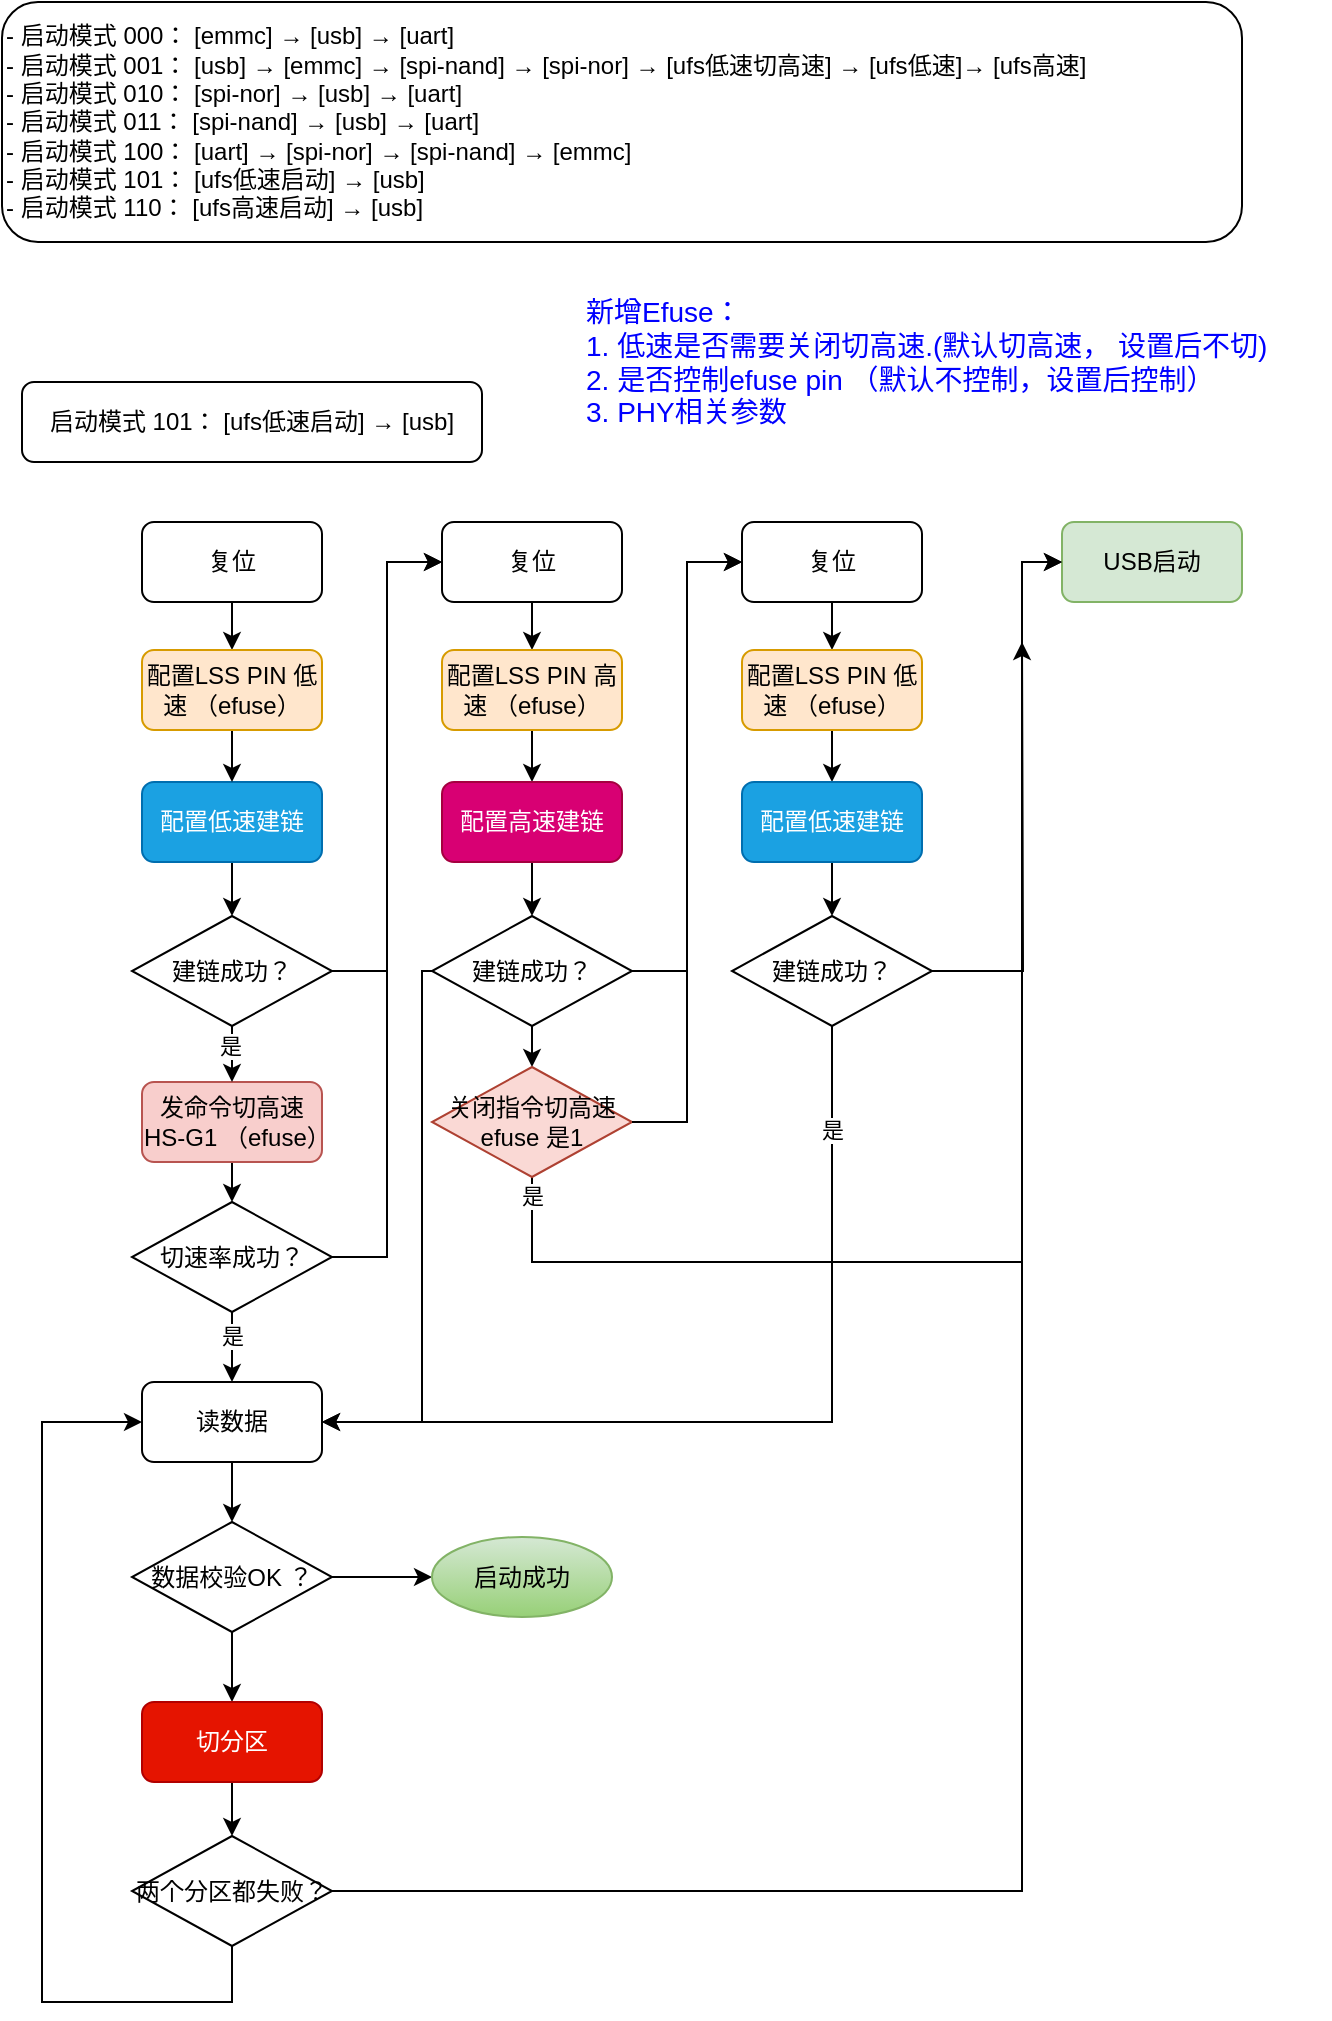
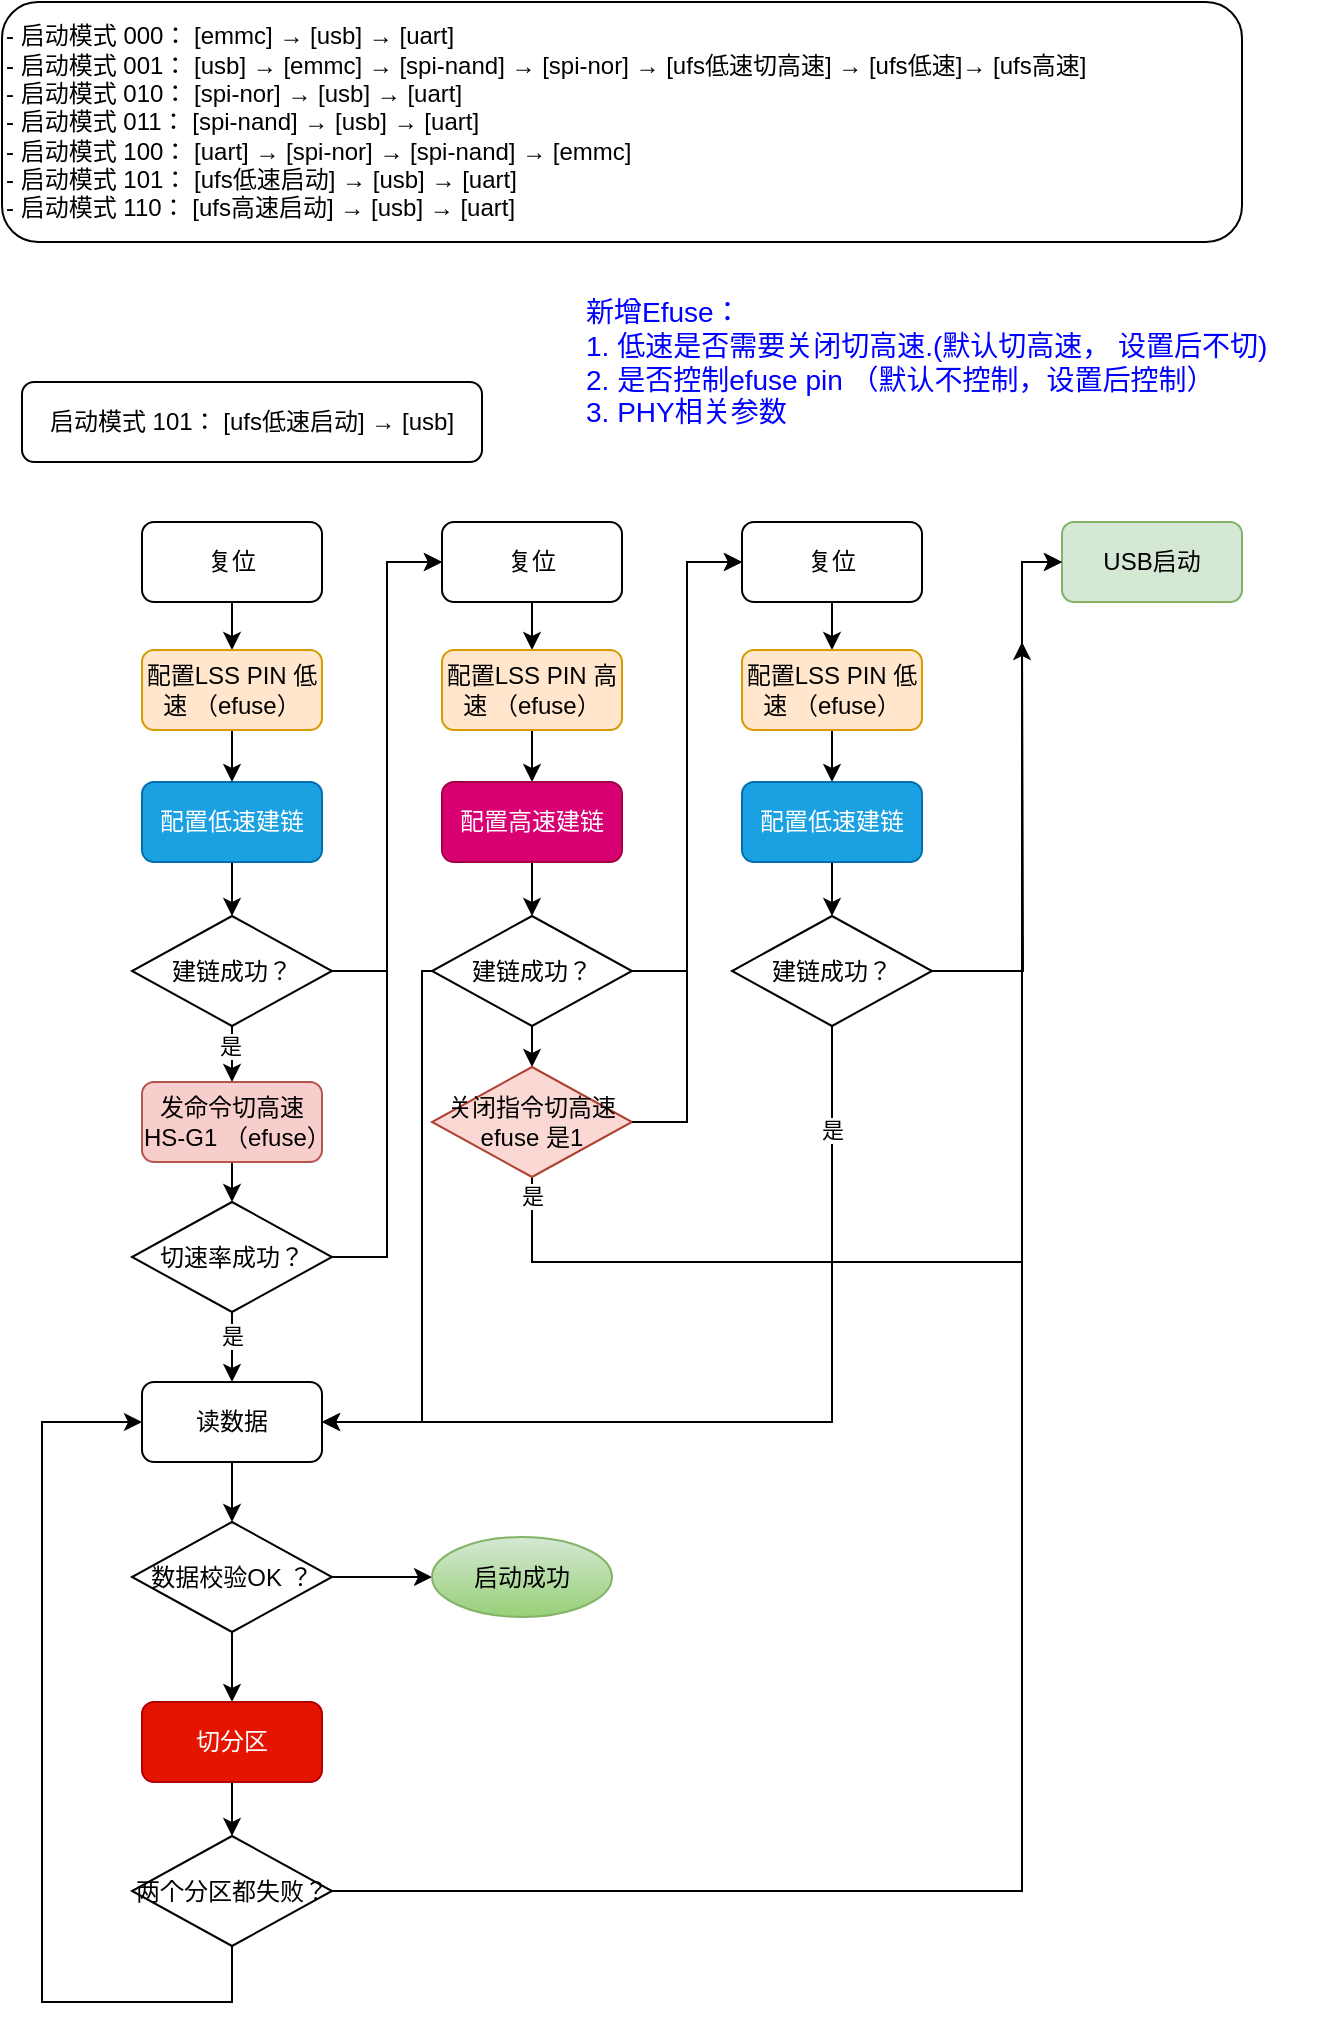
<mxfile host="app.diagrams.net" pages="3">
  <diagram name="第 1 页" id="G7MmgVwn_JN6exUAJ0xq">
    <mxGraphModel dx="1306" dy="677" grid="1" gridSize="10" guides="1" tooltips="1" connect="1" arrows="1" fold="1" page="1" pageScale="1" pageWidth="827" pageHeight="1169" math="0" shadow="0">
      <root>
        <mxCell id="0" />
        <mxCell id="1" parent="0" />
-         <mxCell id="rA-qTAb89klGYPX6EJBB-1" parent="1" style="rounded=1;whiteSpace=wrap;html=1;align=left;" value="&lt;div&gt;-&amp;nbsp;&lt;span style=&quot;background-color: transparent; color: light-dark(rgb(0, 0, 0), rgb(255, 255, 255));&quot;&gt;启动模式&amp;nbsp;&lt;/span&gt;&lt;span style=&quot;background-color: transparent; color: light-dark(rgb(0, 0, 0), rgb(255, 255, 255));&quot;&gt;000： [emmc] → [usb] → [uart]&lt;/span&gt;&lt;/div&gt;&lt;div&gt;- 启动模式 001： [usb] → [emmc] → [spi-nand] → [spi-nor]&amp;nbsp;&lt;span style=&quot;background-color: transparent; color: light-dark(rgb(0, 0, 0), rgb(255, 255, 255));&quot;&gt;→ [ufs低速切高速]&amp;nbsp;&lt;/span&gt;&lt;span style=&quot;background-color: transparent; color: light-dark(rgb(0, 0, 0), rgb(255, 255, 255));&quot;&gt;→ [ufs&lt;/span&gt;低&lt;span style=&quot;background-color: transparent; color: light-dark(rgb(0, 0, 0), rgb(255, 255, 255));&quot;&gt;速]&lt;/span&gt;&lt;span style=&quot;background-color: transparent; color: light-dark(rgb(0, 0, 0), rgb(255, 255, 255));&quot;&gt;→ [ufs高速]&lt;/span&gt;&lt;span style=&quot;background-color: transparent; color: light-dark(rgb(0, 0, 0), rgb(255, 255, 255));&quot;&gt;&amp;nbsp;&lt;/span&gt;&lt;/div&gt;&lt;div&gt;- 启动模式 010： [spi-nor] → [usb] → [uart]&lt;/div&gt;&lt;div&gt;- 启动模式 011： [spi-nand] → [usb] → [uart]&lt;/div&gt;&lt;div&gt;- 启动模式 100： [uart] → [spi-nor] → [spi-nand] → [emmc]&lt;/div&gt;&lt;div&gt;- 启动模式 101： [ufs低速启动] &lt;span style=&quot;background-color: transparent; color: light-dark(rgb(0, 0, 0), rgb(255, 255, 255));&quot;&gt;→&amp;nbsp;&lt;/span&gt;&lt;span style=&quot;background-color: transparent; color: light-dark(rgb(0, 0, 0), rgb(255, 255, 255));&quot;&gt;[usb]&lt;/span&gt;&lt;/div&gt;&lt;div&gt;- 启动模式 110：&amp;nbsp;&lt;span style=&quot;background-color: transparent; color: light-dark(rgb(0, 0, 0), rgb(255, 255, 255));&quot;&gt;[ufs高速启动]&lt;/span&gt;&lt;span style=&quot;background-color: transparent; color: light-dark(rgb(0, 0, 0), rgb(255, 255, 255));&quot;&gt; &lt;/span&gt;&lt;span style=&quot;background-color: transparent; color: light-dark(rgb(0, 0, 0), rgb(255, 255, 255));&quot;&gt;→ &lt;/span&gt;&lt;span style=&quot;background-color: transparent; color: light-dark(rgb(0, 0, 0), rgb(255, 255, 255));&quot;&gt;[usb]&lt;/span&gt;&lt;/div&gt;" vertex="1">
+         <mxCell id="rA-qTAb89klGYPX6EJBB-1" parent="1" style="rounded=1;whiteSpace=wrap;html=1;align=left;" value="&lt;div&gt;-&amp;nbsp;&lt;span style=&quot;background-color: transparent; color: light-dark(rgb(0, 0, 0), rgb(255, 255, 255));&quot;&gt;启动模式&amp;nbsp;&lt;/span&gt;&lt;span style=&quot;background-color: transparent; color: light-dark(rgb(0, 0, 0), rgb(255, 255, 255));&quot;&gt;000： [emmc] → [usb] → [uart]&lt;/span&gt;&lt;/div&gt;&lt;div&gt;- 启动模式 001： [usb] → [emmc] → [spi-nand] → [spi-nor]&amp;nbsp;&lt;span style=&quot;background-color: transparent; color: light-dark(rgb(0, 0, 0), rgb(255, 255, 255));&quot;&gt;→ [ufs低速切高速]&amp;nbsp;&lt;/span&gt;&lt;span style=&quot;background-color: transparent; color: light-dark(rgb(0, 0, 0), rgb(255, 255, 255));&quot;&gt;→ [ufs&lt;/span&gt;低&lt;span style=&quot;background-color: transparent; color: light-dark(rgb(0, 0, 0), rgb(255, 255, 255));&quot;&gt;速]&lt;/span&gt;&lt;span style=&quot;background-color: transparent; color: light-dark(rgb(0, 0, 0), rgb(255, 255, 255));&quot;&gt;→ [ufs高速]&lt;/span&gt;&lt;span style=&quot;background-color: transparent; color: light-dark(rgb(0, 0, 0), rgb(255, 255, 255));&quot;&gt;&amp;nbsp;&lt;/span&gt;&lt;/div&gt;&lt;div&gt;- 启动模式 010： [spi-nor] → [usb] → [uart]&lt;/div&gt;&lt;div&gt;- 启动模式 011： [spi-nand] → [usb] → [uart]&lt;/div&gt;&lt;div&gt;- 启动模式 100： [uart] → [spi-nor] → [spi-nand] → [emmc]&lt;/div&gt;&lt;div&gt;- 启动模式 101： [ufs低速启动] &lt;span style=&quot;background-color: transparent; color: light-dark(rgb(0, 0, 0), rgb(255, 255, 255));&quot;&gt;→&amp;nbsp;&lt;/span&gt;&lt;span style=&quot;background-color: transparent; color: light-dark(rgb(0, 0, 0), rgb(255, 255, 255));&quot;&gt;[usb]&lt;/span&gt;&lt;span style=&quot;background-color: transparent; color: light-dark(rgb(0, 0, 0), rgb(255, 255, 255));&quot;&gt; &lt;/span&gt;&lt;span style=&quot;background-color: transparent; color: light-dark(rgb(0, 0, 0), rgb(255, 255, 255));&quot;&gt;→ [uart]&lt;/span&gt;&lt;/div&gt;&lt;div&gt;- 启动模式 110：&amp;nbsp;&lt;span style=&quot;background-color: transparent; color: light-dark(rgb(0, 0, 0), rgb(255, 255, 255));&quot;&gt;[ufs高速启动]&lt;/span&gt;&lt;span style=&quot;background-color: transparent; color: light-dark(rgb(0, 0, 0), rgb(255, 255, 255));&quot;&gt; &lt;/span&gt;&lt;span style=&quot;background-color: transparent; color: light-dark(rgb(0, 0, 0), rgb(255, 255, 255));&quot;&gt;→ &lt;/span&gt;&lt;span style=&quot;background-color: transparent; color: light-dark(rgb(0, 0, 0), rgb(255, 255, 255));&quot;&gt;[usb]&lt;/span&gt;&lt;span style=&quot;background-color: transparent; color: light-dark(rgb(0, 0, 0), rgb(255, 255, 255));&quot;&gt; &lt;/span&gt;&lt;span style=&quot;background-color: transparent; color: light-dark(rgb(0, 0, 0), rgb(255, 255, 255));&quot;&gt;→ [uart]&lt;/span&gt;&lt;/div&gt;" vertex="1">
          <mxGeometry height="120" width="620" x="90" y="60" as="geometry" />
        </mxCell>
        <mxCell id="NB0EyB8uGB_RDp4CUSld-2" parent="1" style="text;html=1;whiteSpace=wrap;strokeColor=none;fillColor=none;align=left;verticalAlign=middle;rounded=0;fontColor=#0000FF;fontSize=14;" value="新增Efuse：&lt;div&gt;1. 低速是否需要关闭切高速.(默认切高速， 设置后不切)&lt;/div&gt;&lt;div&gt;2. 是否控制efuse pin （默认不控制，设置后控制）&lt;/div&gt;&lt;div&gt;3. PHY相关参数&lt;/div&gt;" vertex="1">
          <mxGeometry height="80" width="374" x="380" y="200" as="geometry" />
        </mxCell>
        <mxCell id="NB0EyB8uGB_RDp4CUSld-23" edge="1" parent="1" source="NB0EyB8uGB_RDp4CUSld-5" style="edgeStyle=orthogonalEdgeStyle;rounded=0;orthogonalLoop=1;jettySize=auto;html=1;exitX=0.5;exitY=1;exitDx=0;exitDy=0;entryX=0.5;entryY=0;entryDx=0;entryDy=0;" target="NB0EyB8uGB_RDp4CUSld-7">
          <mxGeometry relative="1" as="geometry" />
        </mxCell>
        <mxCell id="NB0EyB8uGB_RDp4CUSld-5" parent="1" style="rounded=1;whiteSpace=wrap;html=1;" value="复位" vertex="1">
          <mxGeometry height="40" width="90" x="160" y="320" as="geometry" />
        </mxCell>
        <mxCell id="NB0EyB8uGB_RDp4CUSld-25" edge="1" parent="1" source="NB0EyB8uGB_RDp4CUSld-6" style="edgeStyle=orthogonalEdgeStyle;rounded=0;orthogonalLoop=1;jettySize=auto;html=1;exitX=0.5;exitY=1;exitDx=0;exitDy=0;entryX=0.5;entryY=0;entryDx=0;entryDy=0;" target="NB0EyB8uGB_RDp4CUSld-9">
          <mxGeometry relative="1" as="geometry" />
        </mxCell>
        <mxCell id="NB0EyB8uGB_RDp4CUSld-6" parent="1" style="rounded=1;whiteSpace=wrap;html=1;fillColor=#1ba1e2;fontColor=#ffffff;strokeColor=#006EAF;" value="配置低速建链" vertex="1">
          <mxGeometry height="40" width="90" x="160" y="450" as="geometry" />
        </mxCell>
        <mxCell id="NB0EyB8uGB_RDp4CUSld-24" edge="1" parent="1" source="NB0EyB8uGB_RDp4CUSld-7" style="edgeStyle=orthogonalEdgeStyle;rounded=0;orthogonalLoop=1;jettySize=auto;html=1;exitX=0.5;exitY=1;exitDx=0;exitDy=0;entryX=0.5;entryY=0;entryDx=0;entryDy=0;" target="NB0EyB8uGB_RDp4CUSld-6">
          <mxGeometry relative="1" as="geometry">
            <mxPoint x="205" y="444" as="targetPoint" />
          </mxGeometry>
        </mxCell>
        <mxCell id="NB0EyB8uGB_RDp4CUSld-7" parent="1" style="rounded=1;whiteSpace=wrap;html=1;fillColor=#ffe6cc;strokeColor=#d79b00;" value="配置LSS PIN 低速 （efuse）" vertex="1">
          <mxGeometry height="40" width="90" x="160" y="384" as="geometry" />
        </mxCell>
        <mxCell id="NB0EyB8uGB_RDp4CUSld-27" edge="1" parent="1" source="NB0EyB8uGB_RDp4CUSld-8" style="edgeStyle=orthogonalEdgeStyle;rounded=0;orthogonalLoop=1;jettySize=auto;html=1;exitX=0.5;exitY=1;exitDx=0;exitDy=0;entryX=0.5;entryY=0;entryDx=0;entryDy=0;" target="NB0EyB8uGB_RDp4CUSld-17">
          <mxGeometry relative="1" as="geometry" />
        </mxCell>
        <mxCell id="NB0EyB8uGB_RDp4CUSld-8" parent="1" style="rounded=1;whiteSpace=wrap;html=1;fillColor=#f8cecc;strokeColor=#b85450;" value="发命令切高速 HS-G1 （efuse）" vertex="1">
          <mxGeometry height="40" width="90" x="160" y="600" as="geometry" />
        </mxCell>
        <mxCell id="NB0EyB8uGB_RDp4CUSld-26" edge="1" parent="1" source="NB0EyB8uGB_RDp4CUSld-9" style="edgeStyle=orthogonalEdgeStyle;rounded=0;orthogonalLoop=1;jettySize=auto;html=1;exitX=0.5;exitY=1;exitDx=0;exitDy=0;" target="NB0EyB8uGB_RDp4CUSld-8">
          <mxGeometry relative="1" as="geometry" />
        </mxCell>
        <mxCell id="KlgkcFlpm4Ags5-VuJH5-14" connectable="0" parent="NB0EyB8uGB_RDp4CUSld-26" style="edgeLabel;html=1;align=center;verticalAlign=middle;resizable=0;points=[];" value="是" vertex="1">
          <mxGeometry relative="1" x="0.2946" y="-1" as="geometry">
            <mxPoint as="offset" />
          </mxGeometry>
        </mxCell>
        <mxCell id="KlgkcFlpm4Ags5-VuJH5-1" edge="1" parent="1" source="NB0EyB8uGB_RDp4CUSld-9" style="edgeStyle=orthogonalEdgeStyle;rounded=0;orthogonalLoop=1;jettySize=auto;html=1;exitX=1;exitY=0.5;exitDx=0;exitDy=0;entryX=0;entryY=0.5;entryDx=0;entryDy=0;" target="NB0EyB8uGB_RDp4CUSld-11">
          <mxGeometry relative="1" as="geometry" />
        </mxCell>
        <mxCell id="NB0EyB8uGB_RDp4CUSld-9" parent="1" style="rhombus;whiteSpace=wrap;html=1;" value="建链成功？" vertex="1">
          <mxGeometry height="55" width="100" x="155" y="517" as="geometry" />
        </mxCell>
        <mxCell id="NB0EyB8uGB_RDp4CUSld-10" parent="1" style="rounded=1;whiteSpace=wrap;html=1;" value="&lt;span style=&quot;text-align: left;&quot;&gt;启动模式 101： [ufs低速启动] &lt;/span&gt;&lt;span style=&quot;color: light-dark(rgb(0, 0, 0), rgb(255, 255, 255)); text-align: left; background-color: transparent;&quot;&gt;→ &lt;/span&gt;&lt;span style=&quot;color: light-dark(rgb(0, 0, 0), rgb(255, 255, 255)); text-align: left; background-color: transparent;&quot;&gt;[usb]&lt;/span&gt;" vertex="1">
          <mxGeometry height="40" width="230" x="100" y="250" as="geometry" />
        </mxCell>
        <mxCell id="NB0EyB8uGB_RDp4CUSld-36" edge="1" parent="1" source="NB0EyB8uGB_RDp4CUSld-11" style="edgeStyle=orthogonalEdgeStyle;rounded=0;orthogonalLoop=1;jettySize=auto;html=1;exitX=0.5;exitY=1;exitDx=0;exitDy=0;entryX=0.5;entryY=0;entryDx=0;entryDy=0;" target="NB0EyB8uGB_RDp4CUSld-12">
          <mxGeometry relative="1" as="geometry" />
        </mxCell>
        <mxCell id="NB0EyB8uGB_RDp4CUSld-11" parent="1" style="rounded=1;whiteSpace=wrap;html=1;" value="复位" vertex="1">
          <mxGeometry height="40" width="90" x="310" y="320" as="geometry" />
        </mxCell>
        <mxCell id="NB0EyB8uGB_RDp4CUSld-37" edge="1" parent="1" source="NB0EyB8uGB_RDp4CUSld-12" style="edgeStyle=orthogonalEdgeStyle;rounded=0;orthogonalLoop=1;jettySize=auto;html=1;exitX=0.5;exitY=1;exitDx=0;exitDy=0;entryX=0.5;entryY=0;entryDx=0;entryDy=0;" target="NB0EyB8uGB_RDp4CUSld-13">
          <mxGeometry relative="1" as="geometry" />
        </mxCell>
        <mxCell id="NB0EyB8uGB_RDp4CUSld-12" parent="1" style="rounded=1;whiteSpace=wrap;html=1;fillColor=#ffe6cc;strokeColor=#d79b00;" value="配置LSS PIN 高速 （efuse）" vertex="1">
          <mxGeometry height="40" width="90" x="310" y="384" as="geometry" />
        </mxCell>
        <mxCell id="NB0EyB8uGB_RDp4CUSld-38" edge="1" parent="1" source="NB0EyB8uGB_RDp4CUSld-13" style="edgeStyle=orthogonalEdgeStyle;rounded=0;orthogonalLoop=1;jettySize=auto;html=1;exitX=0.5;exitY=1;exitDx=0;exitDy=0;entryX=0.5;entryY=0;entryDx=0;entryDy=0;" target="NB0EyB8uGB_RDp4CUSld-31">
          <mxGeometry relative="1" as="geometry" />
        </mxCell>
        <mxCell id="NB0EyB8uGB_RDp4CUSld-13" parent="1" style="rounded=1;whiteSpace=wrap;html=1;fillColor=#d80073;fontColor=#ffffff;strokeColor=#A50040;" value="配置高速建链" vertex="1">
          <mxGeometry height="40" width="90" x="310" y="450" as="geometry" />
        </mxCell>
        <mxCell id="NB0EyB8uGB_RDp4CUSld-28" edge="1" parent="1" source="NB0EyB8uGB_RDp4CUSld-17" style="edgeStyle=orthogonalEdgeStyle;rounded=0;orthogonalLoop=1;jettySize=auto;html=1;exitX=0.5;exitY=1;exitDx=0;exitDy=0;entryX=0.5;entryY=0;entryDx=0;entryDy=0;" target="NB0EyB8uGB_RDp4CUSld-18">
          <mxGeometry relative="1" as="geometry" />
        </mxCell>
        <mxCell id="KlgkcFlpm4Ags5-VuJH5-16" connectable="0" parent="NB0EyB8uGB_RDp4CUSld-28" style="edgeLabel;html=1;align=center;verticalAlign=middle;resizable=0;points=[];" value="是" vertex="1">
          <mxGeometry relative="1" x="-0.3338" as="geometry">
            <mxPoint as="offset" />
          </mxGeometry>
        </mxCell>
        <mxCell id="KlgkcFlpm4Ags5-VuJH5-2" edge="1" parent="1" source="NB0EyB8uGB_RDp4CUSld-17" style="edgeStyle=orthogonalEdgeStyle;rounded=0;orthogonalLoop=1;jettySize=auto;html=1;exitX=1;exitY=0.5;exitDx=0;exitDy=0;entryX=0;entryY=0.5;entryDx=0;entryDy=0;" target="NB0EyB8uGB_RDp4CUSld-11">
          <mxGeometry relative="1" as="geometry" />
        </mxCell>
        <mxCell id="NB0EyB8uGB_RDp4CUSld-17" parent="1" style="rhombus;whiteSpace=wrap;html=1;" value="切速率成功？" vertex="1">
          <mxGeometry height="55" width="100" x="155" y="660" as="geometry" />
        </mxCell>
        <mxCell id="NB0EyB8uGB_RDp4CUSld-29" edge="1" parent="1" source="NB0EyB8uGB_RDp4CUSld-18" style="edgeStyle=orthogonalEdgeStyle;rounded=0;orthogonalLoop=1;jettySize=auto;html=1;exitX=0.5;exitY=1;exitDx=0;exitDy=0;entryX=0.5;entryY=0;entryDx=0;entryDy=0;" target="NB0EyB8uGB_RDp4CUSld-20">
          <mxGeometry relative="1" as="geometry" />
        </mxCell>
        <mxCell id="NB0EyB8uGB_RDp4CUSld-18" parent="1" style="rounded=1;whiteSpace=wrap;html=1;" value="读数据" vertex="1">
          <mxGeometry height="40" width="90" x="160" y="750" as="geometry" />
        </mxCell>
        <mxCell id="NB0EyB8uGB_RDp4CUSld-30" edge="1" parent="1" source="NB0EyB8uGB_RDp4CUSld-20" style="edgeStyle=orthogonalEdgeStyle;rounded=0;orthogonalLoop=1;jettySize=auto;html=1;exitX=0.5;exitY=1;exitDx=0;exitDy=0;entryX=0.5;entryY=0;entryDx=0;entryDy=0;" target="NB0EyB8uGB_RDp4CUSld-21">
          <mxGeometry relative="1" as="geometry" />
        </mxCell>
        <mxCell id="Vg5q-0XLda4XJRTYY7xd-2" edge="1" parent="1" source="NB0EyB8uGB_RDp4CUSld-20" style="edgeStyle=orthogonalEdgeStyle;rounded=0;orthogonalLoop=1;jettySize=auto;html=1;exitX=1;exitY=0.5;exitDx=0;exitDy=0;entryX=0;entryY=0.5;entryDx=0;entryDy=0;" target="Vg5q-0XLda4XJRTYY7xd-1">
          <mxGeometry relative="1" as="geometry" />
        </mxCell>
        <mxCell id="NB0EyB8uGB_RDp4CUSld-20" parent="1" style="rhombus;whiteSpace=wrap;html=1;" value="数据校验OK ？" vertex="1">
          <mxGeometry height="55" width="100" x="155" y="820" as="geometry" />
        </mxCell>
        <mxCell id="NB0EyB8uGB_RDp4CUSld-22" edge="1" parent="1" source="KlgkcFlpm4Ags5-VuJH5-11" style="edgeStyle=orthogonalEdgeStyle;rounded=0;orthogonalLoop=1;jettySize=auto;html=1;exitX=0.5;exitY=1;exitDx=0;exitDy=0;entryX=0;entryY=0.5;entryDx=0;entryDy=0;" target="NB0EyB8uGB_RDp4CUSld-18">
          <mxGeometry relative="1" as="geometry">
            <Array as="points">
              <mxPoint x="205" y="1060" />
              <mxPoint x="110" y="1060" />
              <mxPoint x="110" y="770" />
            </Array>
          </mxGeometry>
        </mxCell>
        <mxCell id="KlgkcFlpm4Ags5-VuJH5-12" edge="1" parent="1" source="NB0EyB8uGB_RDp4CUSld-21" style="edgeStyle=orthogonalEdgeStyle;rounded=0;orthogonalLoop=1;jettySize=auto;html=1;exitX=0.5;exitY=1;exitDx=0;exitDy=0;entryX=0.5;entryY=0;entryDx=0;entryDy=0;" target="KlgkcFlpm4Ags5-VuJH5-11">
          <mxGeometry relative="1" as="geometry" />
        </mxCell>
        <mxCell id="NB0EyB8uGB_RDp4CUSld-21" parent="1" style="rounded=1;whiteSpace=wrap;html=1;fillColor=#e51400;fontColor=#ffffff;strokeColor=#B20000;" value="切分区" vertex="1">
          <mxGeometry height="40" width="90" x="160" y="910" as="geometry" />
        </mxCell>
        <mxCell id="KlgkcFlpm4Ags5-VuJH5-8" edge="1" parent="1" source="NB0EyB8uGB_RDp4CUSld-31" style="edgeStyle=orthogonalEdgeStyle;rounded=0;orthogonalLoop=1;jettySize=auto;html=1;exitX=1;exitY=0.5;exitDx=0;exitDy=0;entryX=0;entryY=0.5;entryDx=0;entryDy=0;" target="NB0EyB8uGB_RDp4CUSld-42">
          <mxGeometry relative="1" as="geometry" />
        </mxCell>
        <mxCell id="Vg5q-0XLda4XJRTYY7xd-7" edge="1" parent="1" source="NB0EyB8uGB_RDp4CUSld-31" style="edgeStyle=orthogonalEdgeStyle;rounded=0;orthogonalLoop=1;jettySize=auto;html=1;exitX=0;exitY=0.5;exitDx=0;exitDy=0;">
          <mxGeometry relative="1" as="geometry">
            <Array as="points">
              <mxPoint x="300" y="544" />
              <mxPoint x="300" y="770" />
            </Array>
            <mxPoint x="250" y="770" as="targetPoint" />
          </mxGeometry>
        </mxCell>
        <mxCell id="Vg5q-0XLda4XJRTYY7xd-8" edge="1" parent="1" source="NB0EyB8uGB_RDp4CUSld-31" style="edgeStyle=orthogonalEdgeStyle;rounded=0;orthogonalLoop=1;jettySize=auto;html=1;exitX=0.5;exitY=1;exitDx=0;exitDy=0;entryX=0.5;entryY=0;entryDx=0;entryDy=0;" target="Vg5q-0XLda4XJRTYY7xd-3">
          <mxGeometry relative="1" as="geometry" />
        </mxCell>
        <mxCell id="NB0EyB8uGB_RDp4CUSld-31" parent="1" style="rhombus;whiteSpace=wrap;html=1;" value="建链成功？" vertex="1">
          <mxGeometry height="55" width="100" x="305" y="517" as="geometry" />
        </mxCell>
        <mxCell id="KlgkcFlpm4Ags5-VuJH5-5" edge="1" parent="1" source="NB0EyB8uGB_RDp4CUSld-42" style="edgeStyle=orthogonalEdgeStyle;rounded=0;orthogonalLoop=1;jettySize=auto;html=1;exitX=0.5;exitY=1;exitDx=0;exitDy=0;entryX=0.5;entryY=0;entryDx=0;entryDy=0;" target="NB0EyB8uGB_RDp4CUSld-43">
          <mxGeometry relative="1" as="geometry" />
        </mxCell>
        <mxCell id="NB0EyB8uGB_RDp4CUSld-42" parent="1" style="rounded=1;whiteSpace=wrap;html=1;" value="复位" vertex="1">
          <mxGeometry height="40" width="90" x="460" y="320" as="geometry" />
        </mxCell>
        <mxCell id="KlgkcFlpm4Ags5-VuJH5-6" edge="1" parent="1" source="NB0EyB8uGB_RDp4CUSld-43" style="edgeStyle=orthogonalEdgeStyle;rounded=0;orthogonalLoop=1;jettySize=auto;html=1;exitX=0.5;exitY=1;exitDx=0;exitDy=0;entryX=0.5;entryY=0;entryDx=0;entryDy=0;" target="NB0EyB8uGB_RDp4CUSld-44">
          <mxGeometry relative="1" as="geometry" />
        </mxCell>
        <mxCell id="NB0EyB8uGB_RDp4CUSld-43" parent="1" style="rounded=1;whiteSpace=wrap;html=1;fillColor=#ffe6cc;strokeColor=#d79b00;" value="配置LSS PIN 低速 （efuse）" vertex="1">
          <mxGeometry height="40" width="90" x="460" y="384" as="geometry" />
        </mxCell>
        <mxCell id="KlgkcFlpm4Ags5-VuJH5-7" edge="1" parent="1" source="NB0EyB8uGB_RDp4CUSld-44" style="edgeStyle=orthogonalEdgeStyle;rounded=0;orthogonalLoop=1;jettySize=auto;html=1;exitX=0.5;exitY=1;exitDx=0;exitDy=0;entryX=0.5;entryY=0;entryDx=0;entryDy=0;" target="NB0EyB8uGB_RDp4CUSld-45">
          <mxGeometry relative="1" as="geometry" />
        </mxCell>
        <mxCell id="NB0EyB8uGB_RDp4CUSld-44" parent="1" style="rounded=1;whiteSpace=wrap;html=1;fillColor=#1ba1e2;fontColor=#ffffff;strokeColor=#006EAF;" value="配置低速建链" vertex="1">
          <mxGeometry height="40" width="90" x="460" y="450" as="geometry" />
        </mxCell>
        <mxCell id="KlgkcFlpm4Ags5-VuJH5-4" edge="1" parent="1" source="NB0EyB8uGB_RDp4CUSld-45" style="edgeStyle=orthogonalEdgeStyle;rounded=0;orthogonalLoop=1;jettySize=auto;html=1;exitX=0.5;exitY=1;exitDx=0;exitDy=0;">
          <mxGeometry relative="1" as="geometry">
            <Array as="points">
              <mxPoint x="505" y="770" />
              <mxPoint x="250" y="770" />
            </Array>
            <mxPoint x="250" y="770" as="targetPoint" />
          </mxGeometry>
        </mxCell>
        <mxCell id="KlgkcFlpm4Ags5-VuJH5-18" connectable="0" parent="KlgkcFlpm4Ags5-VuJH5-4" style="edgeLabel;html=1;align=center;verticalAlign=middle;resizable=0;points=[];" value="是" vertex="1">
          <mxGeometry relative="1" x="-0.7697" as="geometry">
            <mxPoint as="offset" />
          </mxGeometry>
        </mxCell>
        <mxCell id="KlgkcFlpm4Ags5-VuJH5-19" edge="1" parent="1" source="NB0EyB8uGB_RDp4CUSld-45" style="edgeStyle=orthogonalEdgeStyle;rounded=0;orthogonalLoop=1;jettySize=auto;html=1;exitX=1;exitY=0.5;exitDx=0;exitDy=0;">
          <mxGeometry relative="1" as="geometry">
            <mxPoint x="600" y="380" as="targetPoint" />
          </mxGeometry>
        </mxCell>
        <mxCell id="NB0EyB8uGB_RDp4CUSld-45" parent="1" style="rhombus;whiteSpace=wrap;html=1;" value="建链成功？" vertex="1">
          <mxGeometry height="55" width="100" x="455" y="517" as="geometry" />
        </mxCell>
        <mxCell id="KlgkcFlpm4Ags5-VuJH5-9" parent="1" style="rounded=1;whiteSpace=wrap;html=1;fillColor=#d5e8d4;strokeColor=#82b366;" value="USB启动" vertex="1">
          <mxGeometry height="40" width="90" x="620" y="320" as="geometry" />
        </mxCell>
        <mxCell id="KlgkcFlpm4Ags5-VuJH5-13" edge="1" parent="1" source="KlgkcFlpm4Ags5-VuJH5-11" style="edgeStyle=orthogonalEdgeStyle;rounded=0;orthogonalLoop=1;jettySize=auto;html=1;exitX=1;exitY=0.5;exitDx=0;exitDy=0;entryX=0;entryY=0.5;entryDx=0;entryDy=0;" target="KlgkcFlpm4Ags5-VuJH5-9">
          <mxGeometry relative="1" as="geometry">
            <Array as="points">
              <mxPoint x="600" y="1005" />
              <mxPoint x="600" y="340" />
            </Array>
          </mxGeometry>
        </mxCell>
        <mxCell id="KlgkcFlpm4Ags5-VuJH5-11" parent="1" style="rhombus;whiteSpace=wrap;html=1;" value="两个分区都失败？" vertex="1">
          <mxGeometry height="55" width="100" x="155" y="977" as="geometry" />
        </mxCell>
        <mxCell id="Vg5q-0XLda4XJRTYY7xd-1" parent="1" style="ellipse;whiteSpace=wrap;html=1;fillColor=#d5e8d4;gradientColor=#97d077;strokeColor=#82b366;" value="启动成功" vertex="1">
          <mxGeometry height="40" width="90" x="305" y="827.5" as="geometry" />
        </mxCell>
        <mxCell id="Vg5q-0XLda4XJRTYY7xd-10" edge="1" parent="1" source="Vg5q-0XLda4XJRTYY7xd-3" style="edgeStyle=orthogonalEdgeStyle;rounded=0;orthogonalLoop=1;jettySize=auto;html=1;exitX=0.5;exitY=1;exitDx=0;exitDy=0;entryX=0;entryY=0.5;entryDx=0;entryDy=0;" target="KlgkcFlpm4Ags5-VuJH5-9">
          <mxGeometry relative="1" as="geometry">
            <Array as="points">
              <mxPoint x="355" y="690" />
              <mxPoint x="600" y="690" />
              <mxPoint x="600" y="340" />
            </Array>
          </mxGeometry>
        </mxCell>
        <mxCell id="Vg5q-0XLda4XJRTYY7xd-11" connectable="0" parent="Vg5q-0XLda4XJRTYY7xd-10" style="edgeLabel;html=1;align=center;verticalAlign=middle;resizable=0;points=[];" value="是" vertex="1">
          <mxGeometry relative="1" x="-0.9713" as="geometry">
            <mxPoint as="offset" />
          </mxGeometry>
        </mxCell>
        <mxCell id="Vg5q-0XLda4XJRTYY7xd-3" parent="1" style="rhombus;whiteSpace=wrap;html=1;fillColor=#fad9d5;strokeColor=#ae4132;" value="关闭指令切高速&lt;div&gt;efuse 是1&lt;/div&gt;" vertex="1">
          <mxGeometry height="55" width="100" x="305" y="592.5" as="geometry" />
        </mxCell>
        <mxCell id="Vg5q-0XLda4XJRTYY7xd-9" edge="1" parent="1" source="Vg5q-0XLda4XJRTYY7xd-3" style="edgeStyle=orthogonalEdgeStyle;rounded=0;orthogonalLoop=1;jettySize=auto;html=1;exitX=1;exitY=0.5;exitDx=0;exitDy=0;entryX=0;entryY=0.5;entryDx=0;entryDy=0;" target="NB0EyB8uGB_RDp4CUSld-42">
          <mxGeometry relative="1" as="geometry" />
        </mxCell>
      </root>
    </mxGraphModel>
  </diagram>
  <diagram id="ql6nhWf0VNW54Wtxsakh" name="第 3 页">
    <mxGraphModel dx="902" dy="467" grid="1" gridSize="10" guides="1" tooltips="1" connect="1" arrows="1" fold="1" page="1" pageScale="1" pageWidth="827" pageHeight="1169" math="0" shadow="0">
      <root>
        <mxCell id="0" />
        <mxCell id="1" parent="0" />
        <mxCell id="Snxa9bD47oOBx4wNCC72-1" edge="1" parent="1" source="Snxa9bD47oOBx4wNCC72-2" style="edgeStyle=orthogonalEdgeStyle;rounded=0;orthogonalLoop=1;jettySize=auto;html=1;exitX=0.5;exitY=1;exitDx=0;exitDy=0;entryX=0.5;entryY=0;entryDx=0;entryDy=0;" target="Snxa9bD47oOBx4wNCC72-6">
          <mxGeometry relative="1" as="geometry" />
        </mxCell>
        <mxCell id="Snxa9bD47oOBx4wNCC72-2" parent="1" style="rounded=1;whiteSpace=wrap;html=1;" value="复位" vertex="1">
          <mxGeometry height="40" width="90" x="190" y="110" as="geometry" />
        </mxCell>
        <mxCell id="Snxa9bD47oOBx4wNCC72-3" edge="1" parent="1" source="Snxa9bD47oOBx4wNCC72-4" style="edgeStyle=orthogonalEdgeStyle;rounded=0;orthogonalLoop=1;jettySize=auto;html=1;exitX=0.5;exitY=1;exitDx=0;exitDy=0;entryX=0.5;entryY=0;entryDx=0;entryDy=0;" target="Snxa9bD47oOBx4wNCC72-23">
          <mxGeometry relative="1" as="geometry">
            <mxPoint x="235" y="307" as="targetPoint" />
          </mxGeometry>
        </mxCell>
        <mxCell id="Snxa9bD47oOBx4wNCC72-4" parent="1" style="rounded=1;whiteSpace=wrap;html=1;fillColor=#d80073;fontColor=#ffffff;strokeColor=#A50040;" value="配置高速建链" vertex="1">
          <mxGeometry height="40" width="90" x="190" y="240" as="geometry" />
        </mxCell>
        <mxCell id="Snxa9bD47oOBx4wNCC72-5" edge="1" parent="1" source="Snxa9bD47oOBx4wNCC72-6" style="edgeStyle=orthogonalEdgeStyle;rounded=0;orthogonalLoop=1;jettySize=auto;html=1;exitX=0.5;exitY=1;exitDx=0;exitDy=0;entryX=0.5;entryY=0;entryDx=0;entryDy=0;" target="Snxa9bD47oOBx4wNCC72-4">
          <mxGeometry relative="1" as="geometry">
            <mxPoint x="235" y="234" as="targetPoint" />
          </mxGeometry>
        </mxCell>
        <mxCell id="Snxa9bD47oOBx4wNCC72-6" parent="1" style="rounded=1;whiteSpace=wrap;html=1;fillColor=#ffe6cc;strokeColor=#d79b00;" value="配置LSS PIN高速 （efuse）" vertex="1">
          <mxGeometry height="40" width="90" x="190" y="174" as="geometry" />
        </mxCell>
        <mxCell id="Snxa9bD47oOBx4wNCC72-13" parent="1" style="rounded=1;whiteSpace=wrap;html=1;align=left;" value="启动模式 110： &lt;span style=&quot;color: light-dark(rgb(0, 0, 0), rgb(255, 255, 255)); background-color: transparent;&quot;&gt;[ufs高速启动]&lt;/span&gt;&lt;span style=&quot;color: light-dark(rgb(0, 0, 0), rgb(255, 255, 255)); background-color: transparent;&quot;&gt; &lt;/span&gt;&lt;span style=&quot;color: light-dark(rgb(0, 0, 0), rgb(255, 255, 255)); background-color: transparent;&quot;&gt;→ &lt;/span&gt;&lt;span style=&quot;color: light-dark(rgb(0, 0, 0), rgb(255, 255, 255)); background-color: transparent;&quot;&gt;[usb]&lt;/span&gt;" vertex="1">
          <mxGeometry height="40" width="450" x="185" y="30" as="geometry" />
        </mxCell>
        <mxCell id="Snxa9bD47oOBx4wNCC72-14" edge="1" parent="1" source="Snxa9bD47oOBx4wNCC72-15" style="edgeStyle=orthogonalEdgeStyle;rounded=0;orthogonalLoop=1;jettySize=auto;html=1;exitX=0.5;exitY=1;exitDx=0;exitDy=0;entryX=0.5;entryY=0;entryDx=0;entryDy=0;" target="Snxa9bD47oOBx4wNCC72-17">
          <mxGeometry relative="1" as="geometry" />
        </mxCell>
        <mxCell id="Snxa9bD47oOBx4wNCC72-15" parent="1" style="rounded=1;whiteSpace=wrap;html=1;" value="复位" vertex="1">
          <mxGeometry height="40" width="90" x="340" y="110" as="geometry" />
        </mxCell>
        <mxCell id="Snxa9bD47oOBx4wNCC72-16" edge="1" parent="1" source="Snxa9bD47oOBx4wNCC72-17" style="edgeStyle=orthogonalEdgeStyle;rounded=0;orthogonalLoop=1;jettySize=auto;html=1;exitX=0.5;exitY=1;exitDx=0;exitDy=0;entryX=0.5;entryY=0;entryDx=0;entryDy=0;" target="Snxa9bD47oOBx4wNCC72-19">
          <mxGeometry relative="1" as="geometry" />
        </mxCell>
        <mxCell id="Snxa9bD47oOBx4wNCC72-17" parent="1" style="rounded=1;whiteSpace=wrap;html=1;fillColor=#ffe6cc;strokeColor=#d79b00;" value="配置LSS PIN 低速 (efuse)" vertex="1">
          <mxGeometry height="40" width="90" x="340" y="174" as="geometry" />
        </mxCell>
        <mxCell id="Snxa9bD47oOBx4wNCC72-18" edge="1" parent="1" source="Snxa9bD47oOBx4wNCC72-19" style="edgeStyle=orthogonalEdgeStyle;rounded=0;orthogonalLoop=1;jettySize=auto;html=1;exitX=0.5;exitY=1;exitDx=0;exitDy=0;entryX=0.5;entryY=0;entryDx=0;entryDy=0;" target="Snxa9bD47oOBx4wNCC72-34">
          <mxGeometry relative="1" as="geometry" />
        </mxCell>
        <mxCell id="Snxa9bD47oOBx4wNCC72-19" parent="1" style="rounded=1;whiteSpace=wrap;html=1;fillColor=#1ba1e2;fontColor=#ffffff;strokeColor=#006EAF;" value="配置低速建链" vertex="1">
          <mxGeometry height="40" width="90" x="340" y="240" as="geometry" />
        </mxCell>
        <mxCell id="Snxa9bD47oOBx4wNCC72-20" edge="1" parent="1" source="Snxa9bD47oOBx4wNCC72-23" style="edgeStyle=orthogonalEdgeStyle;rounded=0;orthogonalLoop=1;jettySize=auto;html=1;exitX=0.5;exitY=1;exitDx=0;exitDy=0;entryX=0.5;entryY=0;entryDx=0;entryDy=0;" target="Snxa9bD47oOBx4wNCC72-25">
          <mxGeometry relative="1" as="geometry" />
        </mxCell>
        <mxCell id="Snxa9bD47oOBx4wNCC72-21" connectable="0" parent="Snxa9bD47oOBx4wNCC72-20" style="edgeLabel;html=1;align=center;verticalAlign=middle;resizable=0;points=[];" value="是" vertex="1">
          <mxGeometry relative="1" x="-0.3338" as="geometry">
            <mxPoint as="offset" />
          </mxGeometry>
        </mxCell>
        <mxCell id="Snxa9bD47oOBx4wNCC72-22" edge="1" parent="1" source="Snxa9bD47oOBx4wNCC72-23" style="edgeStyle=orthogonalEdgeStyle;rounded=0;orthogonalLoop=1;jettySize=auto;html=1;exitX=1;exitY=0.5;exitDx=0;exitDy=0;entryX=0;entryY=0.5;entryDx=0;entryDy=0;" target="Snxa9bD47oOBx4wNCC72-15">
          <mxGeometry relative="1" as="geometry" />
        </mxCell>
        <mxCell id="Snxa9bD47oOBx4wNCC72-23" parent="1" style="rhombus;whiteSpace=wrap;html=1;" value="建链成功？" vertex="1">
          <mxGeometry height="55" width="100" x="185" y="310" as="geometry" />
        </mxCell>
        <mxCell id="Snxa9bD47oOBx4wNCC72-24" edge="1" parent="1" source="Snxa9bD47oOBx4wNCC72-25" style="edgeStyle=orthogonalEdgeStyle;rounded=0;orthogonalLoop=1;jettySize=auto;html=1;exitX=0.5;exitY=1;exitDx=0;exitDy=0;entryX=0.5;entryY=0;entryDx=0;entryDy=0;" target="Snxa9bD47oOBx4wNCC72-27">
          <mxGeometry relative="1" as="geometry" />
        </mxCell>
        <mxCell id="Snxa9bD47oOBx4wNCC72-25" parent="1" style="rounded=1;whiteSpace=wrap;html=1;" value="读数据" vertex="1">
          <mxGeometry height="40" width="90" x="190" y="540" as="geometry" />
        </mxCell>
        <mxCell id="Snxa9bD47oOBx4wNCC72-26" edge="1" parent="1" source="Snxa9bD47oOBx4wNCC72-27" style="edgeStyle=orthogonalEdgeStyle;rounded=0;orthogonalLoop=1;jettySize=auto;html=1;exitX=0.5;exitY=1;exitDx=0;exitDy=0;entryX=0.5;entryY=0;entryDx=0;entryDy=0;" target="Snxa9bD47oOBx4wNCC72-30">
          <mxGeometry relative="1" as="geometry" />
        </mxCell>
        <mxCell id="Qj_6jyX3p3bSbpmFPhCt-1" connectable="0" parent="Snxa9bD47oOBx4wNCC72-26" style="edgeLabel;html=1;align=center;verticalAlign=middle;resizable=0;points=[];" value="否" vertex="1">
          <mxGeometry relative="1" x="-0.4236" y="-2" as="geometry">
            <mxPoint as="offset" />
          </mxGeometry>
        </mxCell>
        <mxCell id="Qj_6jyX3p3bSbpmFPhCt-3" edge="1" parent="1" source="Snxa9bD47oOBx4wNCC72-27" style="edgeStyle=orthogonalEdgeStyle;rounded=0;orthogonalLoop=1;jettySize=auto;html=1;exitX=1;exitY=0.5;exitDx=0;exitDy=0;" target="Qj_6jyX3p3bSbpmFPhCt-2">
          <mxGeometry relative="1" as="geometry" />
        </mxCell>
        <mxCell id="Snxa9bD47oOBx4wNCC72-27" parent="1" style="rhombus;whiteSpace=wrap;html=1;" value="数据校验OK ？" vertex="1">
          <mxGeometry height="55" width="100" x="185" y="610" as="geometry" />
        </mxCell>
        <mxCell id="Snxa9bD47oOBx4wNCC72-28" edge="1" parent="1" source="Snxa9bD47oOBx4wNCC72-47" style="edgeStyle=orthogonalEdgeStyle;rounded=0;orthogonalLoop=1;jettySize=auto;html=1;exitX=0.5;exitY=1;exitDx=0;exitDy=0;entryX=0;entryY=0.5;entryDx=0;entryDy=0;" target="Snxa9bD47oOBx4wNCC72-25">
          <mxGeometry relative="1" as="geometry">
            <Array as="points">
              <mxPoint x="235" y="850" />
              <mxPoint x="140" y="850" />
              <mxPoint x="140" y="560" />
            </Array>
          </mxGeometry>
        </mxCell>
        <mxCell id="Snxa9bD47oOBx4wNCC72-29" edge="1" parent="1" source="Snxa9bD47oOBx4wNCC72-30" style="edgeStyle=orthogonalEdgeStyle;rounded=0;orthogonalLoop=1;jettySize=auto;html=1;exitX=0.5;exitY=1;exitDx=0;exitDy=0;entryX=0.5;entryY=0;entryDx=0;entryDy=0;" target="Snxa9bD47oOBx4wNCC72-47">
          <mxGeometry relative="1" as="geometry" />
        </mxCell>
        <mxCell id="Snxa9bD47oOBx4wNCC72-30" parent="1" style="rounded=1;whiteSpace=wrap;html=1;fillColor=#e51400;fontColor=#ffffff;strokeColor=#B20000;" value="切分区" vertex="1">
          <mxGeometry height="40" width="90" x="190" y="700" as="geometry" />
        </mxCell>
        <mxCell id="Snxa9bD47oOBx4wNCC72-31" edge="1" parent="1" source="kbyZZD2k67tRUDCe1sfv-1" style="edgeStyle=orthogonalEdgeStyle;rounded=0;orthogonalLoop=1;jettySize=auto;html=1;exitX=0.5;exitY=1;exitDx=0;exitDy=0;" target="kbyZZD2k67tRUDCe1sfv-4">
          <mxGeometry relative="1" as="geometry" />
        </mxCell>
        <mxCell id="Snxa9bD47oOBx4wNCC72-33" edge="1" parent="1" source="Snxa9bD47oOBx4wNCC72-34" style="edgeStyle=orthogonalEdgeStyle;rounded=0;orthogonalLoop=1;jettySize=auto;html=1;exitX=1;exitY=0.5;exitDx=0;exitDy=0;entryX=0;entryY=0.5;entryDx=0;entryDy=0;" target="Snxa9bD47oOBx4wNCC72-45">
          <mxGeometry relative="1" as="geometry">
            <Array as="points">
              <mxPoint x="450" y="335" />
              <mxPoint x="450" y="100" />
              <mxPoint x="630" y="100" />
              <mxPoint x="630" y="130" />
            </Array>
          </mxGeometry>
        </mxCell>
        <mxCell id="Snxa9bD47oOBx4wNCC72-34" parent="1" style="rhombus;whiteSpace=wrap;html=1;" value="建链成功？" vertex="1">
          <mxGeometry height="55" width="100" x="335" y="307" as="geometry" />
        </mxCell>
        <mxCell id="Snxa9bD47oOBx4wNCC72-35" edge="1" parent="1" source="Snxa9bD47oOBx4wNCC72-36" style="edgeStyle=orthogonalEdgeStyle;rounded=0;orthogonalLoop=1;jettySize=auto;html=1;exitX=0.5;exitY=1;exitDx=0;exitDy=0;entryX=0.5;entryY=0;entryDx=0;entryDy=0;" target="Snxa9bD47oOBx4wNCC72-38">
          <mxGeometry relative="1" as="geometry" />
        </mxCell>
        <mxCell id="Snxa9bD47oOBx4wNCC72-36" parent="1" style="rounded=1;whiteSpace=wrap;html=1;" value="复位" vertex="1">
          <mxGeometry height="40" width="90" x="490" y="110" as="geometry" />
        </mxCell>
        <mxCell id="Snxa9bD47oOBx4wNCC72-37" edge="1" parent="1" source="Snxa9bD47oOBx4wNCC72-38" style="edgeStyle=orthogonalEdgeStyle;rounded=0;orthogonalLoop=1;jettySize=auto;html=1;exitX=0.5;exitY=1;exitDx=0;exitDy=0;entryX=0.5;entryY=0;entryDx=0;entryDy=0;" target="Snxa9bD47oOBx4wNCC72-40">
          <mxGeometry relative="1" as="geometry" />
        </mxCell>
        <mxCell id="Snxa9bD47oOBx4wNCC72-38" parent="1" style="rounded=1;whiteSpace=wrap;html=1;fillColor=#ffe6cc;strokeColor=#d79b00;" value="配置LSS PIN 低速 (efuse)" vertex="1">
          <mxGeometry height="40" width="90" x="490" y="174" as="geometry" />
        </mxCell>
        <mxCell id="Snxa9bD47oOBx4wNCC72-39" edge="1" parent="1" source="Snxa9bD47oOBx4wNCC72-40" style="edgeStyle=orthogonalEdgeStyle;rounded=0;orthogonalLoop=1;jettySize=auto;html=1;exitX=0.5;exitY=1;exitDx=0;exitDy=0;entryX=0.5;entryY=0;entryDx=0;entryDy=0;" target="Snxa9bD47oOBx4wNCC72-44">
          <mxGeometry relative="1" as="geometry" />
        </mxCell>
        <mxCell id="Snxa9bD47oOBx4wNCC72-40" parent="1" style="rounded=1;whiteSpace=wrap;html=1;fillColor=#1ba1e2;fontColor=#ffffff;strokeColor=#006EAF;" value="配置低速建链" vertex="1">
          <mxGeometry height="40" width="90" x="490" y="240" as="geometry" />
        </mxCell>
        <mxCell id="Snxa9bD47oOBx4wNCC72-41" edge="1" parent="1" source="Snxa9bD47oOBx4wNCC72-44" style="edgeStyle=orthogonalEdgeStyle;rounded=0;orthogonalLoop=1;jettySize=auto;html=1;exitX=0.5;exitY=1;exitDx=0;exitDy=0;">
          <mxGeometry relative="1" as="geometry">
            <Array as="points">
              <mxPoint x="535" y="560" />
              <mxPoint x="280" y="560" />
            </Array>
            <mxPoint x="280" y="560" as="targetPoint" />
          </mxGeometry>
        </mxCell>
        <mxCell id="Snxa9bD47oOBx4wNCC72-42" connectable="0" parent="Snxa9bD47oOBx4wNCC72-41" style="edgeLabel;html=1;align=center;verticalAlign=middle;resizable=0;points=[];" value="是" vertex="1">
          <mxGeometry relative="1" x="-0.7697" as="geometry">
            <mxPoint as="offset" />
          </mxGeometry>
        </mxCell>
        <mxCell id="Snxa9bD47oOBx4wNCC72-43" edge="1" parent="1" source="Snxa9bD47oOBx4wNCC72-44" style="edgeStyle=orthogonalEdgeStyle;rounded=0;orthogonalLoop=1;jettySize=auto;html=1;exitX=1;exitY=0.5;exitDx=0;exitDy=0;">
          <mxGeometry relative="1" as="geometry">
            <mxPoint x="630" y="170" as="targetPoint" />
          </mxGeometry>
        </mxCell>
        <mxCell id="Snxa9bD47oOBx4wNCC72-44" parent="1" style="rhombus;whiteSpace=wrap;html=1;" value="建链成功？" vertex="1">
          <mxGeometry height="55" width="100" x="485" y="307" as="geometry" />
        </mxCell>
        <mxCell id="Snxa9bD47oOBx4wNCC72-45" parent="1" style="rounded=1;whiteSpace=wrap;html=1;fillColor=#d5e8d4;strokeColor=#82b366;" value="USB启动" vertex="1">
          <mxGeometry height="40" width="90" x="650" y="110" as="geometry" />
        </mxCell>
        <mxCell id="Snxa9bD47oOBx4wNCC72-46" edge="1" parent="1" source="Snxa9bD47oOBx4wNCC72-47" style="edgeStyle=orthogonalEdgeStyle;rounded=0;orthogonalLoop=1;jettySize=auto;html=1;exitX=1;exitY=0.5;exitDx=0;exitDy=0;entryX=0;entryY=0.5;entryDx=0;entryDy=0;" target="Snxa9bD47oOBx4wNCC72-45">
          <mxGeometry relative="1" as="geometry">
            <Array as="points">
              <mxPoint x="630" y="795" />
              <mxPoint x="630" y="130" />
            </Array>
          </mxGeometry>
        </mxCell>
        <mxCell id="Snxa9bD47oOBx4wNCC72-47" parent="1" style="rhombus;whiteSpace=wrap;html=1;" value="两个分区都失败？" vertex="1">
          <mxGeometry height="55" width="100" x="185" y="767" as="geometry" />
        </mxCell>
        <mxCell id="kbyZZD2k67tRUDCe1sfv-2" edge="1" parent="1" source="Snxa9bD47oOBx4wNCC72-34" style="edgeStyle=orthogonalEdgeStyle;rounded=0;orthogonalLoop=1;jettySize=auto;html=1;exitX=0.5;exitY=1;exitDx=0;exitDy=0;entryX=0.5;entryY=0;entryDx=0;entryDy=0;" target="kbyZZD2k67tRUDCe1sfv-1" value="">
          <mxGeometry relative="1" as="geometry">
            <mxPoint x="385" y="362" as="sourcePoint" />
            <mxPoint x="280" y="560" as="targetPoint" />
          </mxGeometry>
        </mxCell>
        <mxCell id="kbyZZD2k67tRUDCe1sfv-3" connectable="0" parent="kbyZZD2k67tRUDCe1sfv-2" style="edgeLabel;html=1;align=center;verticalAlign=middle;resizable=0;points=[];" value="是" vertex="1">
          <mxGeometry relative="1" x="-0.5934" y="-1" as="geometry">
            <mxPoint as="offset" />
          </mxGeometry>
        </mxCell>
        <mxCell id="kbyZZD2k67tRUDCe1sfv-1" parent="1" style="rounded=1;whiteSpace=wrap;html=1;fillColor=#f8cecc;strokeColor=#b85450;" value="发命令切高速 HS-G1" vertex="1">
          <mxGeometry height="40" width="90" x="340" y="390" as="geometry" />
        </mxCell>
        <mxCell id="kbyZZD2k67tRUDCe1sfv-6" edge="1" parent="1" source="kbyZZD2k67tRUDCe1sfv-4" style="edgeStyle=orthogonalEdgeStyle;rounded=0;orthogonalLoop=1;jettySize=auto;html=1;exitX=0.5;exitY=1;exitDx=0;exitDy=0;">
          <mxGeometry relative="1" as="geometry">
            <Array as="points">
              <mxPoint x="385" y="560" />
              <mxPoint x="280" y="560" />
            </Array>
            <mxPoint x="280" y="560" as="targetPoint" />
          </mxGeometry>
        </mxCell>
        <mxCell id="kbyZZD2k67tRUDCe1sfv-8" edge="1" parent="1" source="kbyZZD2k67tRUDCe1sfv-4" style="edgeStyle=orthogonalEdgeStyle;rounded=0;orthogonalLoop=1;jettySize=auto;html=1;exitX=1;exitY=0.5;exitDx=0;exitDy=0;entryX=0;entryY=0.5;entryDx=0;entryDy=0;" target="Snxa9bD47oOBx4wNCC72-36">
          <mxGeometry relative="1" as="geometry" />
        </mxCell>
        <mxCell id="kbyZZD2k67tRUDCe1sfv-4" parent="1" style="rhombus;whiteSpace=wrap;html=1;" value="切速率成功？" vertex="1">
          <mxGeometry height="55" width="100" x="335" y="460" as="geometry" />
        </mxCell>
        <mxCell id="Qj_6jyX3p3bSbpmFPhCt-2" parent="1" style="ellipse;whiteSpace=wrap;html=1;fillColor=#d5e8d4;gradientColor=#97d077;strokeColor=#82b366;" value="启动成功" vertex="1">
          <mxGeometry height="40" width="90" x="335" y="617.5" as="geometry" />
        </mxCell>
      </root>
    </mxGraphModel>
  </diagram>
  <diagram id="lCvtZ__jX87erlVo9mpF" name="第 2 页">
    <mxGraphModel dx="1082" dy="561" grid="1" gridSize="10" guides="1" tooltips="1" connect="1" arrows="1" fold="1" page="1" pageScale="1" pageWidth="827" pageHeight="1169" math="0" shadow="0">
      <root>
        <mxCell id="0" />
        <mxCell id="1" parent="0" />
        <mxCell id="WnOlcH9fiUK7AfTd9S8V-1" parent="1" style="text;html=1;whiteSpace=wrap;strokeColor=none;fillColor=none;align=left;verticalAlign=middle;rounded=0;fontSize=14;" value="&lt;div&gt;&lt;div&gt;- 启动模式 101： [ufs低速启动] &lt;span style=&quot;background-color: transparent; color: light-dark(rgb(0, 0, 0), rgb(255, 255, 255));&quot;&gt;→ &lt;/span&gt;&lt;span style=&quot;background-color: transparent; color: light-dark(rgb(0, 0, 0), rgb(255, 255, 255));&quot;&gt;[usb]&lt;/span&gt;&lt;/div&gt;&lt;div&gt;- 启动模式 110： &lt;span style=&quot;background-color: transparent; color: light-dark(rgb(0, 0, 0), rgb(255, 255, 255));&quot;&gt;[ufs高速启动]&lt;/span&gt;&lt;span style=&quot;background-color: transparent; color: light-dark(rgb(0, 0, 0), rgb(255, 255, 255));&quot;&gt; &lt;/span&gt;&lt;span style=&quot;background-color: transparent; color: light-dark(rgb(0, 0, 0), rgb(255, 255, 255));&quot;&gt;→ &lt;/span&gt;&lt;span style=&quot;background-color: transparent; color: light-dark(rgb(0, 0, 0), rgb(255, 255, 255));&quot;&gt;[usb]&lt;/span&gt;&lt;/div&gt;&lt;/div&gt;异常情况汇总：" vertex="1">
          <mxGeometry height="50" width="360" x="40" y="250" as="geometry" />
        </mxCell>
        <mxCell id="WnOlcH9fiUK7AfTd9S8V-2" parent="1" style="shape=table;startSize=0;container=1;collapsible=0;childLayout=tableLayout;fontSize=14;align=left;" value="" vertex="1">
          <mxGeometry height="240" width="730" x="40" y="320" as="geometry" />
        </mxCell>
        <mxCell id="-yYV-AWoShLVFezPO-Gk-6" parent="WnOlcH9fiUK7AfTd9S8V-2" style="shape=tableRow;horizontal=0;startSize=0;swimlaneHead=0;swimlaneBody=0;strokeColor=inherit;top=0;left=0;bottom=0;right=0;collapsible=0;dropTarget=0;fillColor=none;points=[[0,0.5],[1,0.5]];portConstraint=eastwest;fontSize=14;align=left;" value="" vertex="1">
          <mxGeometry height="40" width="730" as="geometry" />
        </mxCell>
        <mxCell id="-yYV-AWoShLVFezPO-Gk-7" parent="-yYV-AWoShLVFezPO-Gk-6" style="shape=partialRectangle;html=1;whiteSpace=wrap;connectable=0;strokeColor=inherit;overflow=hidden;fillColor=none;top=0;left=0;bottom=0;right=0;pointerEvents=1;fontSize=14;align=left;" value="case" vertex="1">
          <mxGeometry height="40" width="32" as="geometry">
            <mxRectangle height="40" width="32" as="alternateBounds" />
          </mxGeometry>
        </mxCell>
        <mxCell id="-yYV-AWoShLVFezPO-Gk-8" parent="-yYV-AWoShLVFezPO-Gk-6" style="shape=partialRectangle;html=1;whiteSpace=wrap;connectable=0;strokeColor=inherit;overflow=hidden;fillColor=none;top=0;left=0;bottom=0;right=0;pointerEvents=1;fontSize=14;align=left;" value="启动情况" vertex="1">
          <mxGeometry height="40" width="288" x="32" as="geometry">
            <mxRectangle height="40" width="288" as="alternateBounds" />
          </mxGeometry>
        </mxCell>
        <mxCell id="-yYV-AWoShLVFezPO-Gk-9" parent="-yYV-AWoShLVFezPO-Gk-6" style="shape=partialRectangle;html=1;whiteSpace=wrap;connectable=0;strokeColor=inherit;overflow=hidden;fillColor=none;top=0;left=0;bottom=0;right=0;pointerEvents=1;fontSize=14;align=left;" value="建链结果" vertex="1">
          <mxGeometry height="40" width="410" x="320" as="geometry">
            <mxRectangle height="40" width="410" as="alternateBounds" />
          </mxGeometry>
        </mxCell>
        <mxCell id="-yYV-AWoShLVFezPO-Gk-2" parent="WnOlcH9fiUK7AfTd9S8V-2" style="shape=tableRow;horizontal=0;startSize=0;swimlaneHead=0;swimlaneBody=0;strokeColor=inherit;top=0;left=0;bottom=0;right=0;collapsible=0;dropTarget=0;fillColor=none;points=[[0,0.5],[1,0.5]];portConstraint=eastwest;fontSize=14;align=left;" value="" vertex="1">
          <mxGeometry height="40" width="730" y="40" as="geometry" />
        </mxCell>
        <mxCell id="-yYV-AWoShLVFezPO-Gk-3" parent="-yYV-AWoShLVFezPO-Gk-2" style="shape=partialRectangle;html=1;whiteSpace=wrap;connectable=0;strokeColor=inherit;overflow=hidden;fillColor=none;top=0;left=0;bottom=0;right=0;pointerEvents=1;fontSize=14;align=left;" value="1" vertex="1">
          <mxGeometry height="40" width="32" as="geometry">
            <mxRectangle height="40" width="32" as="alternateBounds" />
          </mxGeometry>
        </mxCell>
        <mxCell id="-yYV-AWoShLVFezPO-Gk-4" parent="-yYV-AWoShLVFezPO-Gk-2" style="shape=partialRectangle;html=1;whiteSpace=wrap;connectable=0;strokeColor=inherit;overflow=hidden;fillColor=none;top=0;left=0;bottom=0;right=0;pointerEvents=1;fontSize=14;align=left;" value="bootrom 配置低速启动，但是颗粒硬件设置高速启动，高速成功" vertex="1">
          <mxGeometry height="40" width="288" x="32" as="geometry">
            <mxRectangle height="40" width="288" as="alternateBounds" />
          </mxGeometry>
        </mxCell>
        <mxCell id="-yYV-AWoShLVFezPO-Gk-5" parent="-yYV-AWoShLVFezPO-Gk-2" style="shape=partialRectangle;html=1;whiteSpace=wrap;connectable=0;strokeColor=inherit;overflow=hidden;fillColor=none;top=0;left=0;bottom=0;right=0;pointerEvents=1;fontSize=14;align=left;" value="bootrom先低速建链失败 --&amp;gt; &lt;font style=&quot;color: rgb(0, 0, 255);&quot;&gt;高速&lt;/font&gt;建链成功" vertex="1">
          <mxGeometry height="40" width="410" x="320" as="geometry">
            <mxRectangle height="40" width="410" as="alternateBounds" />
          </mxGeometry>
        </mxCell>
        <mxCell id="-yYV-AWoShLVFezPO-Gk-10" parent="WnOlcH9fiUK7AfTd9S8V-2" style="shape=tableRow;horizontal=0;startSize=0;swimlaneHead=0;swimlaneBody=0;strokeColor=inherit;top=0;left=0;bottom=0;right=0;collapsible=0;dropTarget=0;fillColor=none;points=[[0,0.5],[1,0.5]];portConstraint=eastwest;fontSize=14;align=left;" value="" vertex="1">
          <mxGeometry height="40" width="730" y="80" as="geometry" />
        </mxCell>
        <mxCell id="-yYV-AWoShLVFezPO-Gk-11" parent="-yYV-AWoShLVFezPO-Gk-10" style="shape=partialRectangle;html=1;whiteSpace=wrap;connectable=0;strokeColor=inherit;overflow=hidden;fillColor=none;top=0;left=0;bottom=0;right=0;pointerEvents=1;fontSize=14;align=left;" value="2" vertex="1">
          <mxGeometry height="40" width="32" as="geometry">
            <mxRectangle height="40" width="32" as="alternateBounds" />
          </mxGeometry>
        </mxCell>
        <mxCell id="-yYV-AWoShLVFezPO-Gk-12" parent="-yYV-AWoShLVFezPO-Gk-10" style="shape=partialRectangle;html=1;whiteSpace=wrap;connectable=0;strokeColor=inherit;overflow=hidden;fillColor=none;top=0;left=0;bottom=0;right=0;pointerEvents=1;fontSize=14;align=left;" value="bootrom 配置高速启动，但是颗粒硬件设置底速启动，低速切高速成功" vertex="1">
          <mxGeometry height="40" width="288" x="32" as="geometry">
            <mxRectangle height="40" width="288" as="alternateBounds" />
          </mxGeometry>
        </mxCell>
        <mxCell id="-yYV-AWoShLVFezPO-Gk-13" parent="-yYV-AWoShLVFezPO-Gk-10" style="shape=partialRectangle;html=1;whiteSpace=wrap;connectable=0;strokeColor=inherit;overflow=hidden;fillColor=none;top=0;left=0;bottom=0;right=0;pointerEvents=1;fontSize=14;align=left;" value="bootrom先高速建链失败 --&amp;gt; 低速建链成功并切&lt;font style=&quot;color: rgb(0, 0, 255);&quot;&gt;高速&lt;/font&gt;" vertex="1">
          <mxGeometry height="40" width="410" x="320" as="geometry">
            <mxRectangle height="40" width="410" as="alternateBounds" />
          </mxGeometry>
        </mxCell>
        <mxCell id="WnOlcH9fiUK7AfTd9S8V-3" parent="WnOlcH9fiUK7AfTd9S8V-2" style="shape=tableRow;horizontal=0;startSize=0;swimlaneHead=0;swimlaneBody=0;strokeColor=inherit;top=0;left=0;bottom=0;right=0;collapsible=0;dropTarget=0;fillColor=none;points=[[0,0.5],[1,0.5]];portConstraint=eastwest;fontSize=14;align=left;" value="" vertex="1">
          <mxGeometry height="40" width="730" y="120" as="geometry" />
        </mxCell>
        <mxCell id="WnOlcH9fiUK7AfTd9S8V-4" parent="WnOlcH9fiUK7AfTd9S8V-3" style="shape=partialRectangle;html=1;whiteSpace=wrap;connectable=0;strokeColor=inherit;overflow=hidden;fillColor=none;top=0;left=0;bottom=0;right=0;pointerEvents=1;fontSize=14;align=left;" value="3" vertex="1">
          <mxGeometry height="40" width="32" as="geometry">
            <mxRectangle height="40" width="32" as="alternateBounds" />
          </mxGeometry>
        </mxCell>
        <mxCell id="WnOlcH9fiUK7AfTd9S8V-5" parent="WnOlcH9fiUK7AfTd9S8V-3" style="shape=partialRectangle;html=1;whiteSpace=wrap;connectable=0;strokeColor=inherit;overflow=hidden;fillColor=none;top=0;left=0;bottom=0;right=0;pointerEvents=1;fontSize=14;align=left;" value="bootrom 配置低速启动，颗粒也是低速，切速率成功" vertex="1">
          <mxGeometry height="40" width="288" x="32" as="geometry">
            <mxRectangle height="40" width="288" as="alternateBounds" />
          </mxGeometry>
        </mxCell>
        <mxCell id="WnOlcH9fiUK7AfTd9S8V-6" parent="WnOlcH9fiUK7AfTd9S8V-3" style="shape=partialRectangle;html=1;whiteSpace=wrap;connectable=0;strokeColor=inherit;overflow=hidden;fillColor=none;top=0;left=0;bottom=0;right=0;pointerEvents=1;fontSize=14;align=left;" value="bootrom低速建链切&lt;font style=&quot;color: rgb(0, 0, 255);&quot;&gt;高速&lt;/font&gt;" vertex="1">
          <mxGeometry height="40" width="410" x="320" as="geometry">
            <mxRectangle height="40" width="410" as="alternateBounds" />
          </mxGeometry>
        </mxCell>
        <mxCell id="WnOlcH9fiUK7AfTd9S8V-7" parent="WnOlcH9fiUK7AfTd9S8V-2" style="shape=tableRow;horizontal=0;startSize=0;swimlaneHead=0;swimlaneBody=0;strokeColor=inherit;top=0;left=0;bottom=0;right=0;collapsible=0;dropTarget=0;fillColor=none;points=[[0,0.5],[1,0.5]];portConstraint=eastwest;fontSize=14;align=left;" value="" vertex="1">
          <mxGeometry height="40" width="730" y="160" as="geometry" />
        </mxCell>
        <mxCell id="WnOlcH9fiUK7AfTd9S8V-8" parent="WnOlcH9fiUK7AfTd9S8V-7" style="shape=partialRectangle;html=1;whiteSpace=wrap;connectable=0;strokeColor=inherit;overflow=hidden;fillColor=none;top=0;left=0;bottom=0;right=0;pointerEvents=1;fontSize=14;align=left;" value="4" vertex="1">
          <mxGeometry height="40" width="32" as="geometry">
            <mxRectangle height="40" width="32" as="alternateBounds" />
          </mxGeometry>
        </mxCell>
        <mxCell id="WnOlcH9fiUK7AfTd9S8V-9" parent="WnOlcH9fiUK7AfTd9S8V-7" style="shape=partialRectangle;html=1;whiteSpace=wrap;connectable=0;strokeColor=inherit;overflow=hidden;fillColor=none;top=0;left=0;bottom=0;right=0;pointerEvents=1;fontSize=14;align=left;" value="bootrom 配置高速启动，颗粒也是高速，高速成功" vertex="1">
          <mxGeometry height="40" width="288" x="32" as="geometry">
            <mxRectangle height="40" width="288" as="alternateBounds" />
          </mxGeometry>
        </mxCell>
        <mxCell id="WnOlcH9fiUK7AfTd9S8V-10" parent="WnOlcH9fiUK7AfTd9S8V-7" style="shape=partialRectangle;html=1;whiteSpace=wrap;connectable=0;strokeColor=inherit;overflow=hidden;fillColor=none;top=0;left=0;bottom=0;right=0;pointerEvents=1;fontSize=14;align=left;" value="bootrom&lt;font style=&quot;color: rgb(0, 0, 255);&quot;&gt;高速&lt;/font&gt;建链" vertex="1">
          <mxGeometry height="40" width="410" x="320" as="geometry">
            <mxRectangle height="40" width="410" as="alternateBounds" />
          </mxGeometry>
        </mxCell>
        <mxCell id="WnOlcH9fiUK7AfTd9S8V-11" parent="WnOlcH9fiUK7AfTd9S8V-2" style="shape=tableRow;horizontal=0;startSize=0;swimlaneHead=0;swimlaneBody=0;strokeColor=inherit;top=0;left=0;bottom=0;right=0;collapsible=0;dropTarget=0;fillColor=none;points=[[0,0.5],[1,0.5]];portConstraint=eastwest;fontSize=14;align=left;" value="" vertex="1">
          <mxGeometry height="40" width="730" y="200" as="geometry" />
        </mxCell>
        <mxCell id="WnOlcH9fiUK7AfTd9S8V-12" parent="WnOlcH9fiUK7AfTd9S8V-11" style="shape=partialRectangle;html=1;whiteSpace=wrap;connectable=0;strokeColor=inherit;overflow=hidden;fillColor=none;top=0;left=0;bottom=0;right=0;pointerEvents=1;fontSize=14;align=left;" value="5" vertex="1">
          <mxGeometry height="40" width="32" as="geometry">
            <mxRectangle height="40" width="32" as="alternateBounds" />
          </mxGeometry>
        </mxCell>
        <mxCell id="WnOlcH9fiUK7AfTd9S8V-13" parent="WnOlcH9fiUK7AfTd9S8V-11" style="shape=partialRectangle;html=1;whiteSpace=wrap;connectable=0;strokeColor=inherit;overflow=hidden;fillColor=none;top=0;left=0;bottom=0;right=0;pointerEvents=1;fontSize=14;align=left;" value="bootrom 配置低速启动，颗粒也是低速，切速率失败，不切速率成功" vertex="1">
          <mxGeometry height="40" width="288" x="32" as="geometry">
            <mxRectangle height="40" width="288" as="alternateBounds" />
          </mxGeometry>
        </mxCell>
        <mxCell id="WnOlcH9fiUK7AfTd9S8V-14" parent="WnOlcH9fiUK7AfTd9S8V-11" style="shape=partialRectangle;html=1;whiteSpace=wrap;connectable=0;strokeColor=inherit;overflow=hidden;fillColor=none;top=0;left=0;bottom=0;right=0;pointerEvents=1;fontSize=14;align=left;" value="bootrom低速建链切高速失败 --&amp;gt; bootrom 高速建链失败 ---&amp;gt; bootrom &lt;font style=&quot;color: rgb(255, 51, 255);&quot;&gt;低速&lt;/font&gt;建链成功(不切高速)" vertex="1">
          <mxGeometry height="40" width="410" x="320" as="geometry">
            <mxRectangle height="40" width="410" as="alternateBounds" />
          </mxGeometry>
        </mxCell>
        <mxCell id="PYW4Q93ZiJ2KnNfdN5cH-39" parent="1" style="shape=tableRow;horizontal=0;startSize=0;swimlaneHead=0;swimlaneBody=0;strokeColor=inherit;top=0;left=0;bottom=0;right=0;collapsible=0;dropTarget=0;fillColor=none;points=[[0,0.5],[1,0.5]];portConstraint=eastwest;fontSize=14;align=left;" value="" vertex="1">
          <mxGeometry height="40" width="730" x="40" y="560" as="geometry" />
        </mxCell>
        <mxCell id="PYW4Q93ZiJ2KnNfdN5cH-63" parent="1" style="shape=table;startSize=0;container=1;collapsible=0;childLayout=tableLayout;fontSize=14;align=left;" value="" vertex="1">
          <mxGeometry height="260" width="730" x="40" y="560" as="geometry" />
        </mxCell>
        <mxCell id="PYW4Q93ZiJ2KnNfdN5cH-64" parent="PYW4Q93ZiJ2KnNfdN5cH-63" style="shape=tableRow;horizontal=0;startSize=0;swimlaneHead=0;swimlaneBody=0;strokeColor=inherit;top=0;left=0;bottom=0;right=0;collapsible=0;dropTarget=0;fillColor=none;points=[[0,0.5],[1,0.5]];portConstraint=eastwest;fontSize=14;align=left;" value="" vertex="1">
          <mxGeometry height="40" width="730" as="geometry" />
        </mxCell>
        <mxCell id="PYW4Q93ZiJ2KnNfdN5cH-65" parent="PYW4Q93ZiJ2KnNfdN5cH-64" style="shape=partialRectangle;html=1;whiteSpace=wrap;connectable=0;strokeColor=inherit;overflow=hidden;fillColor=none;top=0;left=0;bottom=0;right=0;pointerEvents=1;fontSize=14;align=left;" value="6" vertex="1">
          <mxGeometry height="40" width="32" as="geometry">
            <mxRectangle height="40" width="32" as="alternateBounds" />
          </mxGeometry>
        </mxCell>
        <mxCell id="PYW4Q93ZiJ2KnNfdN5cH-66" parent="PYW4Q93ZiJ2KnNfdN5cH-64" style="shape=partialRectangle;html=1;whiteSpace=wrap;connectable=0;strokeColor=inherit;overflow=hidden;fillColor=none;top=0;left=0;bottom=0;right=0;pointerEvents=1;fontSize=14;align=left;" value="bootrom 配置高速启动，颗粒是低速，低速切高速失败" vertex="1">
          <mxGeometry height="40" width="288" x="32" as="geometry">
            <mxRectangle height="40" width="288" as="alternateBounds" />
          </mxGeometry>
        </mxCell>
        <mxCell id="PYW4Q93ZiJ2KnNfdN5cH-67" parent="PYW4Q93ZiJ2KnNfdN5cH-64" style="shape=partialRectangle;html=1;whiteSpace=wrap;connectable=0;strokeColor=inherit;overflow=hidden;fillColor=none;top=0;left=0;bottom=0;right=0;pointerEvents=1;fontSize=14;align=left;" value="bootrom高速建链失败 --&amp;gt; bootrom 低速建链切高速失败 ---&amp;gt; bootrom &lt;font style=&quot;color: rgb(255, 51, 255);&quot;&gt;低速&lt;/font&gt;建链成功(不切高速)" vertex="1">
          <mxGeometry height="40" width="410" x="320" as="geometry">
            <mxRectangle height="40" width="410" as="alternateBounds" />
          </mxGeometry>
        </mxCell>
        <mxCell id="PYW4Q93ZiJ2KnNfdN5cH-68" parent="PYW4Q93ZiJ2KnNfdN5cH-63" style="shape=tableRow;horizontal=0;startSize=0;swimlaneHead=0;swimlaneBody=0;strokeColor=inherit;top=0;left=0;bottom=0;right=0;collapsible=0;dropTarget=0;fillColor=none;points=[[0,0.5],[1,0.5]];portConstraint=eastwest;fontSize=14;align=left;" value="" vertex="1">
          <mxGeometry height="60" width="730" y="40" as="geometry" />
        </mxCell>
        <mxCell id="PYW4Q93ZiJ2KnNfdN5cH-69" parent="PYW4Q93ZiJ2KnNfdN5cH-68" style="shape=partialRectangle;html=1;whiteSpace=wrap;connectable=0;strokeColor=inherit;overflow=hidden;fillColor=none;top=0;left=0;bottom=0;right=0;pointerEvents=1;fontSize=14;align=left;" value="7" vertex="1">
          <mxGeometry height="60" width="32" as="geometry">
            <mxRectangle height="60" width="32" as="alternateBounds" />
          </mxGeometry>
        </mxCell>
        <mxCell id="PYW4Q93ZiJ2KnNfdN5cH-70" parent="PYW4Q93ZiJ2KnNfdN5cH-68" style="shape=partialRectangle;html=1;whiteSpace=wrap;connectable=0;strokeColor=inherit;overflow=hidden;fillColor=none;top=0;left=0;bottom=0;right=0;pointerEvents=1;fontSize=14;align=left;" value="bootrom配置高速启动，颗粒也是高速，但是高速建链失败" vertex="1">
          <mxGeometry height="60" width="288" x="32" as="geometry">
            <mxRectangle height="60" width="288" as="alternateBounds" />
          </mxGeometry>
        </mxCell>
        <mxCell id="PYW4Q93ZiJ2KnNfdN5cH-71" parent="PYW4Q93ZiJ2KnNfdN5cH-68" style="shape=partialRectangle;html=1;whiteSpace=wrap;connectable=0;strokeColor=inherit;overflow=hidden;fillColor=none;top=0;left=0;bottom=0;right=0;pointerEvents=1;fontSize=14;align=left;" value="bootrom高速建链失败 --&amp;gt; bootrom 低速建链切高速失败 ---&amp;gt; bootrom 低速建链失败 &lt;font style=&quot;color: rgb(255, 51, 51);&quot;&gt;（需要改颗粒硬件PIN配置低速 或者使能LSS efuse 控制）&lt;/font&gt;" vertex="1">
          <mxGeometry height="60" width="410" x="320" as="geometry">
            <mxRectangle height="60" width="410" as="alternateBounds" />
          </mxGeometry>
        </mxCell>
        <mxCell id="PYW4Q93ZiJ2KnNfdN5cH-72" parent="PYW4Q93ZiJ2KnNfdN5cH-63" style="shape=tableRow;horizontal=0;startSize=0;swimlaneHead=0;swimlaneBody=0;strokeColor=inherit;top=0;left=0;bottom=0;right=0;collapsible=0;dropTarget=0;fillColor=none;points=[[0,0.5],[1,0.5]];portConstraint=eastwest;fontSize=14;align=left;" value="" vertex="1">
          <mxGeometry height="40" width="730" y="100" as="geometry" />
        </mxCell>
        <mxCell id="PYW4Q93ZiJ2KnNfdN5cH-73" parent="PYW4Q93ZiJ2KnNfdN5cH-72" style="shape=partialRectangle;html=1;whiteSpace=wrap;connectable=0;strokeColor=inherit;overflow=hidden;fillColor=none;top=0;left=0;bottom=0;right=0;pointerEvents=1;fontSize=14;align=left;" value="8" vertex="1">
          <mxGeometry height="40" width="32" as="geometry">
            <mxRectangle height="40" width="32" as="alternateBounds" />
          </mxGeometry>
        </mxCell>
        <mxCell id="PYW4Q93ZiJ2KnNfdN5cH-74" parent="PYW4Q93ZiJ2KnNfdN5cH-72" style="shape=partialRectangle;html=1;whiteSpace=wrap;connectable=0;strokeColor=inherit;overflow=hidden;fillColor=none;top=0;left=0;bottom=0;right=0;pointerEvents=1;fontSize=14;align=left;" value="bootrom 配置低速启动，颗粒也是低速，低速建链失败" vertex="1">
          <mxGeometry height="40" width="288" x="32" as="geometry">
            <mxRectangle height="40" width="288" as="alternateBounds" />
          </mxGeometry>
        </mxCell>
        <mxCell id="PYW4Q93ZiJ2KnNfdN5cH-75" parent="PYW4Q93ZiJ2KnNfdN5cH-72" style="shape=partialRectangle;html=1;whiteSpace=wrap;connectable=0;strokeColor=inherit;overflow=hidden;fillColor=none;top=0;left=0;bottom=0;right=0;pointerEvents=1;fontSize=14;align=left;" value="bootrom低速建链切高速失败 --&amp;gt; bootrom 高速建链失败 ---&amp;gt; bootrom 低速建链失败 --&amp;gt; &lt;font style=&quot;color: rgb(255, 51, 51);&quot;&gt;USB 启动 （需要查硬件问题）&lt;/font&gt;" vertex="1">
          <mxGeometry height="40" width="410" x="320" as="geometry">
            <mxRectangle height="40" width="410" as="alternateBounds" />
          </mxGeometry>
        </mxCell>
        <mxCell id="PYW4Q93ZiJ2KnNfdN5cH-76" parent="PYW4Q93ZiJ2KnNfdN5cH-63" style="shape=tableRow;horizontal=0;startSize=0;swimlaneHead=0;swimlaneBody=0;strokeColor=inherit;top=0;left=0;bottom=0;right=0;collapsible=0;dropTarget=0;fillColor=none;points=[[0,0.5],[1,0.5]];portConstraint=eastwest;fontSize=14;align=left;" value="" vertex="1">
          <mxGeometry height="40" width="730" y="140" as="geometry" />
        </mxCell>
        <mxCell id="PYW4Q93ZiJ2KnNfdN5cH-77" parent="PYW4Q93ZiJ2KnNfdN5cH-76" style="shape=partialRectangle;html=1;whiteSpace=wrap;connectable=0;strokeColor=inherit;overflow=hidden;fillColor=none;top=0;left=0;bottom=0;right=0;pointerEvents=1;fontSize=14;align=left;" value="" vertex="1">
          <mxGeometry height="40" width="32" as="geometry">
            <mxRectangle height="40" width="32" as="alternateBounds" />
          </mxGeometry>
        </mxCell>
        <mxCell id="PYW4Q93ZiJ2KnNfdN5cH-78" parent="PYW4Q93ZiJ2KnNfdN5cH-76" style="shape=partialRectangle;html=1;whiteSpace=wrap;connectable=0;strokeColor=inherit;overflow=hidden;fillColor=none;top=0;left=0;bottom=0;right=0;pointerEvents=1;fontSize=14;align=left;" value="" vertex="1">
          <mxGeometry height="40" width="288" x="32" as="geometry">
            <mxRectangle height="40" width="288" as="alternateBounds" />
          </mxGeometry>
        </mxCell>
        <mxCell id="PYW4Q93ZiJ2KnNfdN5cH-79" parent="PYW4Q93ZiJ2KnNfdN5cH-76" style="shape=partialRectangle;html=1;whiteSpace=wrap;connectable=0;strokeColor=inherit;overflow=hidden;fillColor=none;top=0;left=0;bottom=0;right=0;pointerEvents=1;fontSize=14;align=left;" value="" vertex="1">
          <mxGeometry height="40" width="410" x="320" as="geometry">
            <mxRectangle height="40" width="410" as="alternateBounds" />
          </mxGeometry>
        </mxCell>
        <mxCell id="PYW4Q93ZiJ2KnNfdN5cH-80" parent="PYW4Q93ZiJ2KnNfdN5cH-63" style="shape=tableRow;horizontal=0;startSize=0;swimlaneHead=0;swimlaneBody=0;strokeColor=inherit;top=0;left=0;bottom=0;right=0;collapsible=0;dropTarget=0;fillColor=none;points=[[0,0.5],[1,0.5]];portConstraint=eastwest;fontSize=14;align=left;" value="" vertex="1">
          <mxGeometry height="40" width="730" y="180" as="geometry" />
        </mxCell>
        <mxCell id="PYW4Q93ZiJ2KnNfdN5cH-81" parent="PYW4Q93ZiJ2KnNfdN5cH-80" style="shape=partialRectangle;html=1;whiteSpace=wrap;connectable=0;strokeColor=inherit;overflow=hidden;fillColor=none;top=0;left=0;bottom=0;right=0;pointerEvents=1;fontSize=14;align=left;" value="" vertex="1">
          <mxGeometry height="40" width="32" as="geometry">
            <mxRectangle height="40" width="32" as="alternateBounds" />
          </mxGeometry>
        </mxCell>
        <mxCell id="PYW4Q93ZiJ2KnNfdN5cH-82" parent="PYW4Q93ZiJ2KnNfdN5cH-80" style="shape=partialRectangle;html=1;whiteSpace=wrap;connectable=0;strokeColor=inherit;overflow=hidden;fillColor=none;top=0;left=0;bottom=0;right=0;pointerEvents=1;fontSize=14;align=left;" value="" vertex="1">
          <mxGeometry height="40" width="288" x="32" as="geometry">
            <mxRectangle height="40" width="288" as="alternateBounds" />
          </mxGeometry>
        </mxCell>
        <mxCell id="PYW4Q93ZiJ2KnNfdN5cH-83" parent="PYW4Q93ZiJ2KnNfdN5cH-80" style="shape=partialRectangle;html=1;whiteSpace=wrap;connectable=0;strokeColor=inherit;overflow=hidden;fillColor=none;top=0;left=0;bottom=0;right=0;pointerEvents=1;fontSize=14;align=left;" value="" vertex="1">
          <mxGeometry height="40" width="410" x="320" as="geometry">
            <mxRectangle height="40" width="410" as="alternateBounds" />
          </mxGeometry>
        </mxCell>
        <mxCell id="PYW4Q93ZiJ2KnNfdN5cH-84" parent="PYW4Q93ZiJ2KnNfdN5cH-63" style="shape=tableRow;horizontal=0;startSize=0;swimlaneHead=0;swimlaneBody=0;strokeColor=inherit;top=0;left=0;bottom=0;right=0;collapsible=0;dropTarget=0;fillColor=none;points=[[0,0.5],[1,0.5]];portConstraint=eastwest;fontSize=14;align=left;" value="" vertex="1">
          <mxGeometry height="40" width="730" y="220" as="geometry" />
        </mxCell>
        <mxCell id="PYW4Q93ZiJ2KnNfdN5cH-85" parent="PYW4Q93ZiJ2KnNfdN5cH-84" style="shape=partialRectangle;html=1;whiteSpace=wrap;connectable=0;strokeColor=inherit;overflow=hidden;fillColor=none;top=0;left=0;bottom=0;right=0;pointerEvents=1;fontSize=14;align=left;" value="" vertex="1">
          <mxGeometry height="40" width="32" as="geometry">
            <mxRectangle height="40" width="32" as="alternateBounds" />
          </mxGeometry>
        </mxCell>
        <mxCell id="PYW4Q93ZiJ2KnNfdN5cH-86" parent="PYW4Q93ZiJ2KnNfdN5cH-84" style="shape=partialRectangle;html=1;whiteSpace=wrap;connectable=0;strokeColor=inherit;overflow=hidden;fillColor=none;top=0;left=0;bottom=0;right=0;pointerEvents=1;fontSize=14;align=left;" value="" vertex="1">
          <mxGeometry height="40" width="288" x="32" as="geometry">
            <mxRectangle height="40" width="288" as="alternateBounds" />
          </mxGeometry>
        </mxCell>
        <mxCell id="PYW4Q93ZiJ2KnNfdN5cH-87" parent="PYW4Q93ZiJ2KnNfdN5cH-84" style="shape=partialRectangle;html=1;whiteSpace=wrap;connectable=0;strokeColor=inherit;overflow=hidden;fillColor=none;top=0;left=0;bottom=0;right=0;pointerEvents=1;fontSize=14;align=left;" value="" vertex="1">
          <mxGeometry height="40" width="410" x="320" as="geometry">
            <mxRectangle height="40" width="410" as="alternateBounds" />
          </mxGeometry>
        </mxCell>
      </root>
    </mxGraphModel>
  </diagram>
</mxfile>
